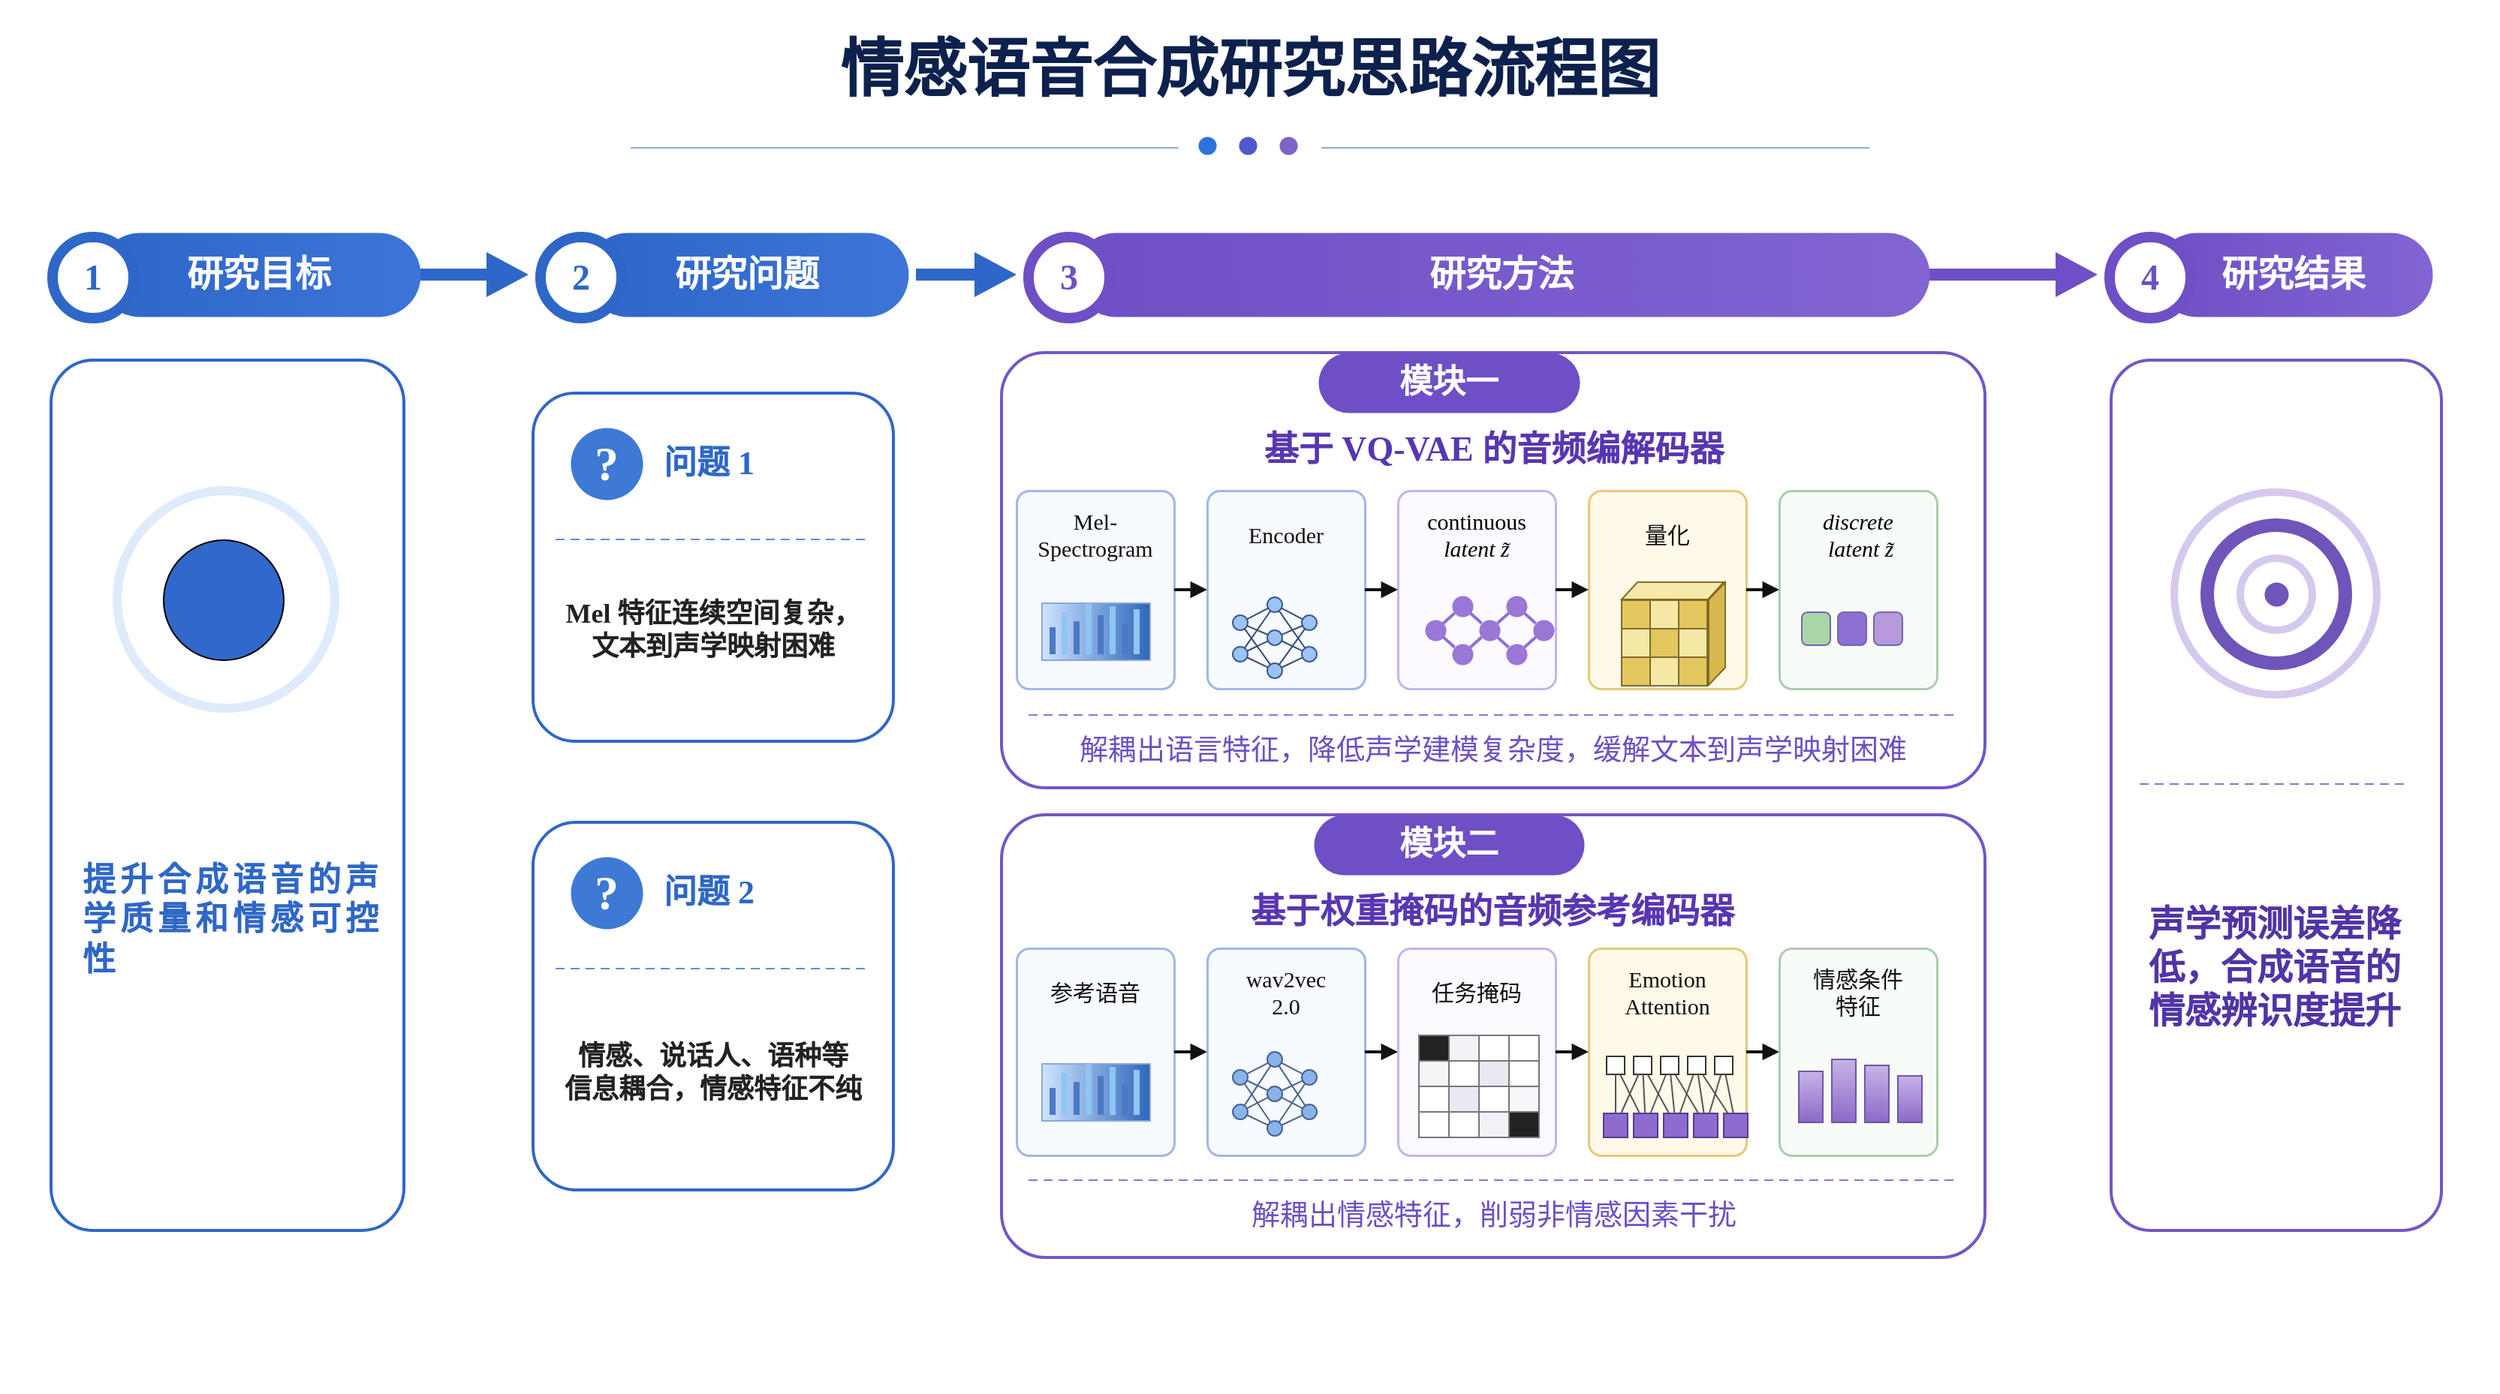
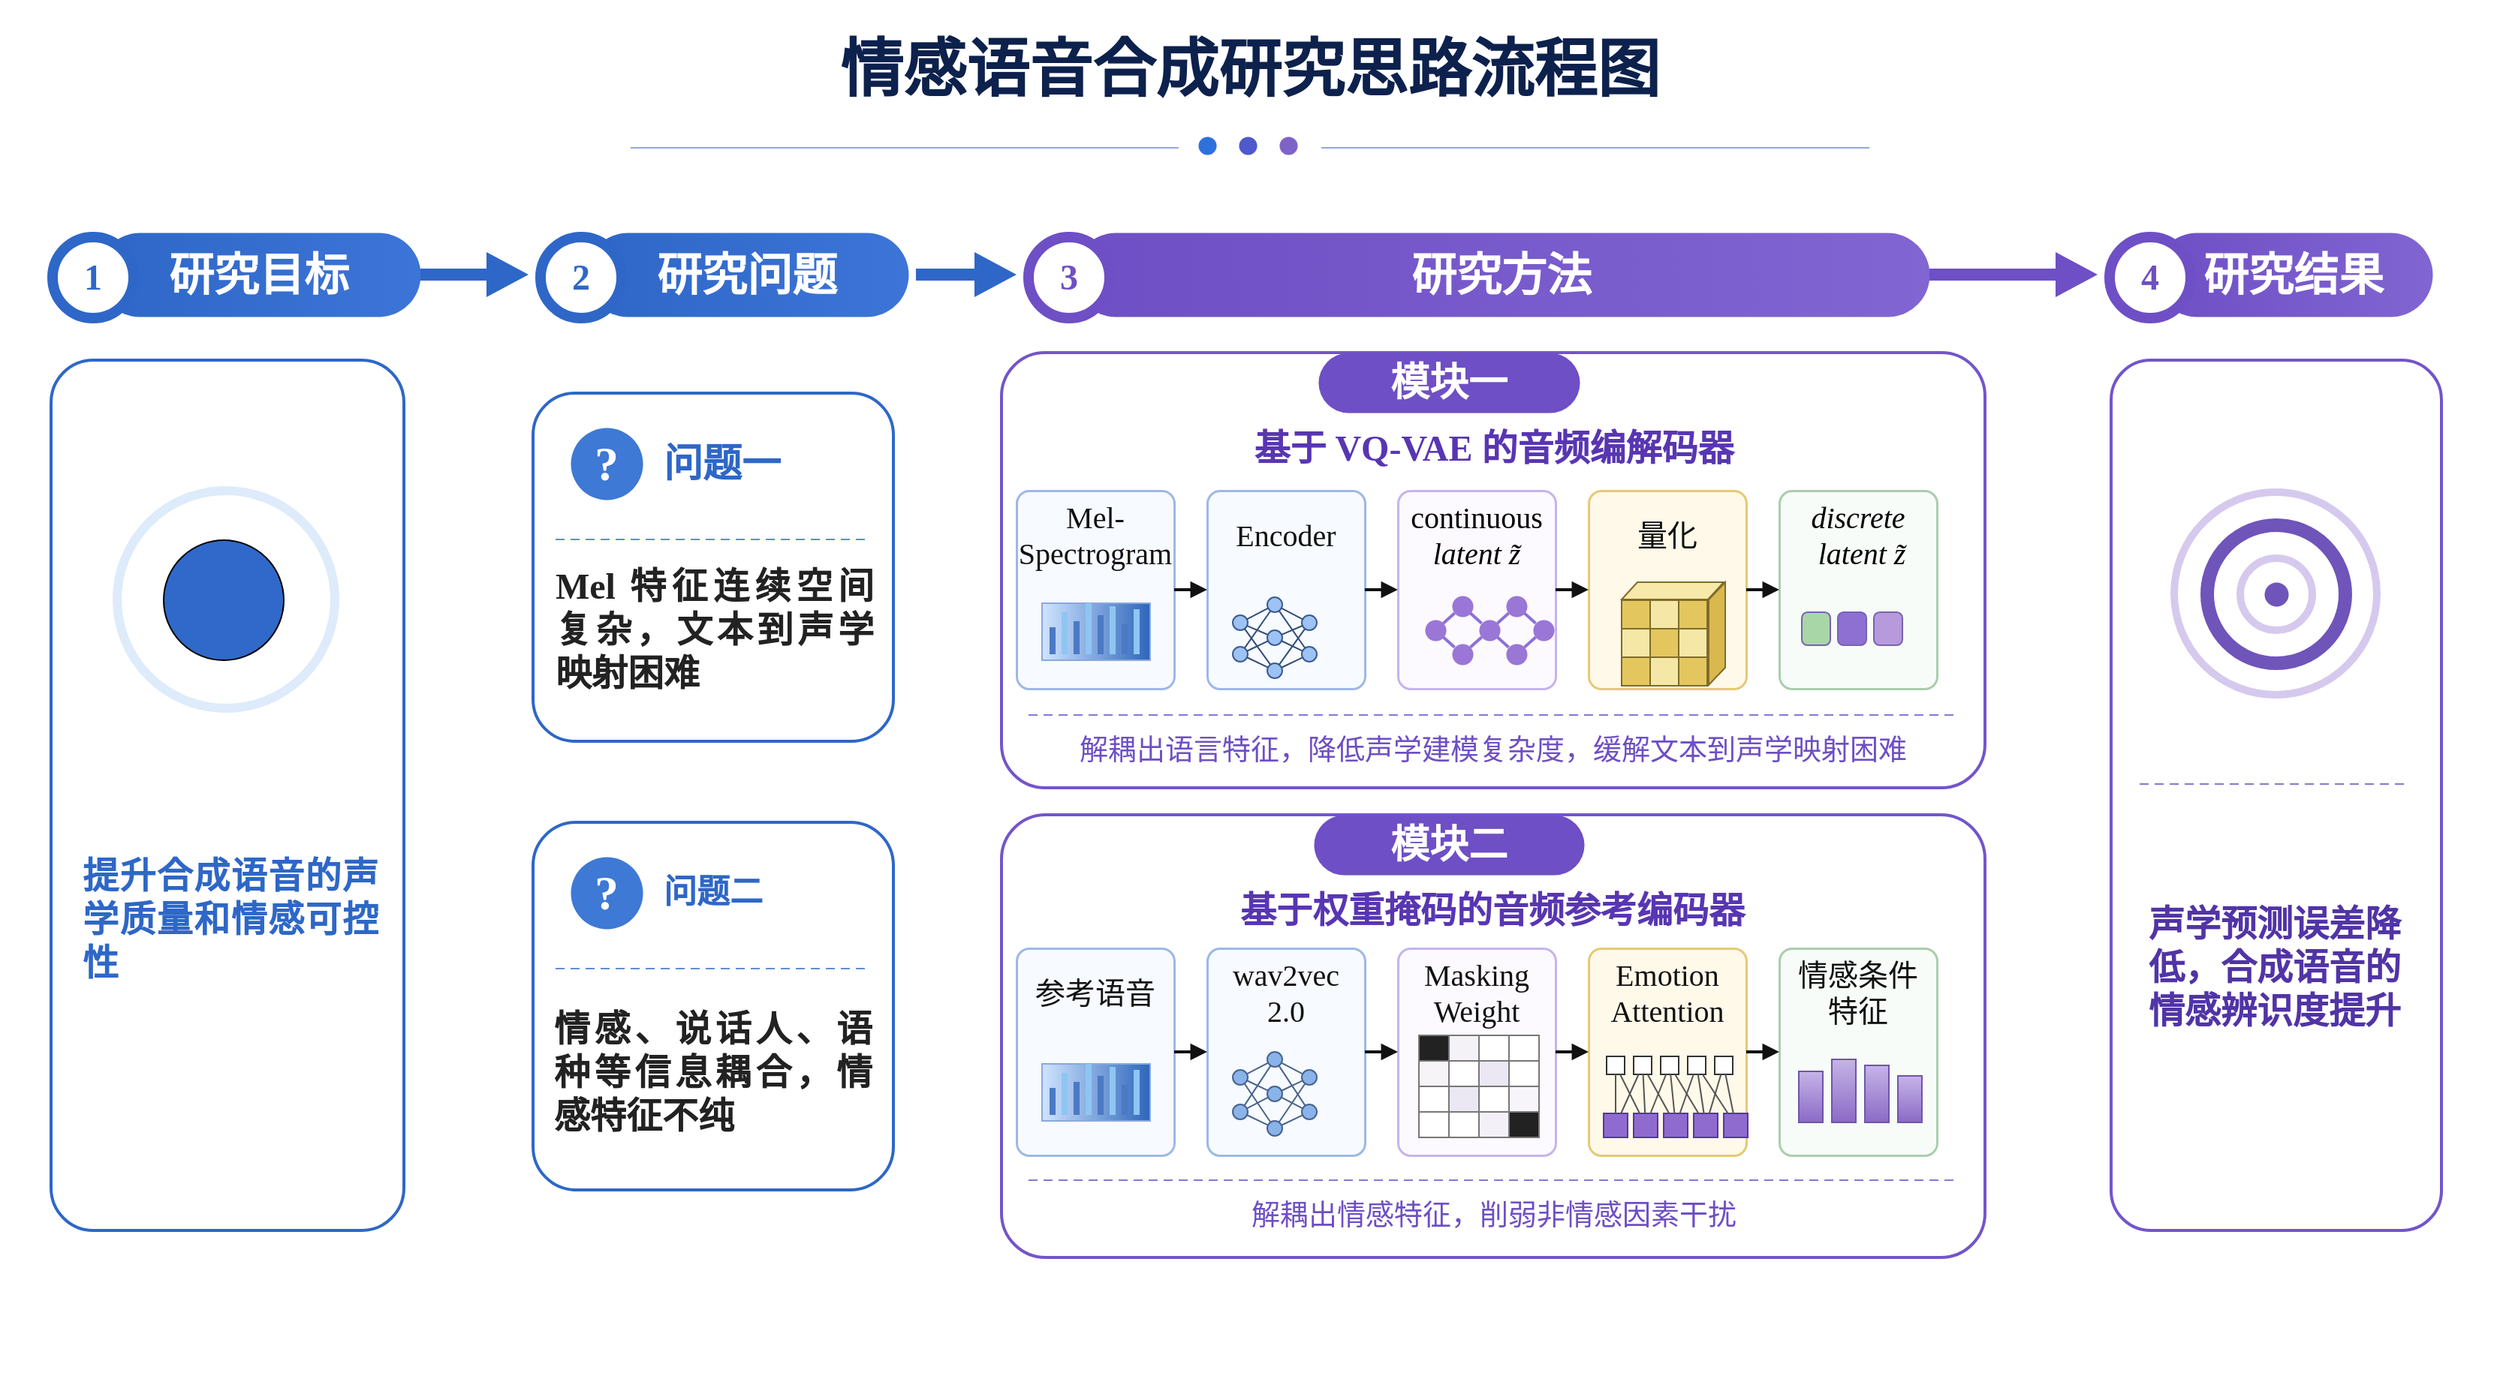
<mxfile host="app.diagrams.net">
  <diagram name="第 1 页" id="fVVEHDjkvuh4-jfM98xs">
    <mxGraphModel dx="2060" dy="1284" grid="1" gridSize="1" guides="1" tooltips="1" connect="1" arrows="1" fold="1" page="1" pageScale="1" pageWidth="1664" pageHeight="928" math="1" shadow="0">
      <root>
        <mxCell id="0" />
        <mxCell id="1" parent="0" />
        <mxCell id="v2" parent="1" style="shape=rect;fillColor=#FFFFFF;strokeColor=none;fontFamily=Comic Sans MS;" value="" vertex="1">
          <mxGeometry height="928" width="1664" as="geometry" />
        </mxCell>
        <mxCell id="v3" parent="1" style="text;html=1;whiteSpace=wrap;align=center;verticalAlign=middle;fontFamily=Comic Sans MS;fontSize=42;fontColor=#0D214D;fontStyle=1;spacing=0;" value="情感语音合成研究思路流程图" vertex="1">
          <mxGeometry height="58" width="885" x="390" y="18" as="geometry" />
        </mxCell>
        <mxCell id="v4" parent="1" style="shape=line;strokeColor=#90A8DA;strokeWidth=1;fontFamily=Comic Sans MS;" value="" vertex="1">
          <mxGeometry height="1" width="365" x="420" y="98" as="geometry" />
        </mxCell>
        <mxCell id="v5" parent="1" style="shape=line;strokeColor=#90A8DA;strokeWidth=1;fontFamily=Comic Sans MS;" value="" vertex="1">
          <mxGeometry height="1" width="365" x="880" y="98" as="geometry" />
        </mxCell>
        <mxCell id="v6" parent="1" style="ellipse;whiteSpace=wrap;html=1;fillColor=#2D71DD;strokeColor=#2D71DD;strokeWidth=0;fontFamily=Comic Sans MS;" value="" vertex="1">
          <mxGeometry height="12" width="12" x="798" y="91" as="geometry" />
        </mxCell>
        <mxCell id="v7" parent="1" style="ellipse;whiteSpace=wrap;html=1;fillColor=#4F58CD;strokeColor=#4F58CD;strokeWidth=0;fontFamily=Comic Sans MS;" value="" vertex="1">
          <mxGeometry height="12" width="12" x="825" y="91" as="geometry" />
        </mxCell>
        <mxCell id="v8" parent="1" style="ellipse;whiteSpace=wrap;html=1;fillColor=#7E63C7;strokeColor=#7E63C7;strokeWidth=0;fontFamily=Comic Sans MS;" value="" vertex="1">
          <mxGeometry height="12" width="12" x="852" y="91" as="geometry" />
        </mxCell>
-         <mxCell id="v9" parent="1" style="rounded=1;arcSize=50;whiteSpace=wrap;html=1;fillColor=#2E67C7;strokeColor=none;strokeWidth=0;fontFamily=Comic Sans MS;gradientColor=#3D74D8;gradientDirection=east;fontSize=24;fontColor=#FFFFFF;fontStyle=1;align=center;verticalAlign=middle;" value="研究目标" vertex="1">
+         <mxCell id="v9" parent="1" style="rounded=1;arcSize=50;whiteSpace=wrap;html=1;fillColor=#2E67C7;strokeColor=none;strokeWidth=0;fontFamily=Comic Sans MS;gradientColor=#3D74D8;gradientDirection=east;fontSize=24;fontColor=#FFFFFF;fontStyle=1;align=center;verticalAlign=middle;" value="&lt;font style=&quot;font-size: 30px;&quot;&gt;研究目标&lt;/font&gt;" vertex="1">
          <mxGeometry height="56" width="215" x="65" y="155" as="geometry" />
        </mxCell>
        <mxCell id="v10" parent="1" style="ellipse;whiteSpace=wrap;html=1;fillColor=#FFFFFF;strokeColor=#2E67C7;strokeWidth=7;fontFamily=Comic Sans MS;fontSize=24;fontColor=#2E67C7;fontStyle=1;align=center;verticalAlign=middle;" value="1" vertex="1">
          <mxGeometry height="54" width="54" x="35" y="158" as="geometry" />
        </mxCell>
-         <mxCell id="v11" parent="1" style="rounded=1;arcSize=50;whiteSpace=wrap;html=1;fillColor=#2E67C7;strokeColor=none;strokeWidth=0;fontFamily=Comic Sans MS;gradientColor=#3D74D8;gradientDirection=east;fontSize=24;fontColor=#FFFFFF;fontStyle=1;align=center;verticalAlign=middle;" value="研究问题" vertex="1">
+         <mxCell id="v11" parent="1" style="rounded=1;arcSize=50;whiteSpace=wrap;html=1;fillColor=#2E67C7;strokeColor=none;strokeWidth=0;fontFamily=Comic Sans MS;gradientColor=#3D74D8;gradientDirection=east;fontSize=24;fontColor=#FFFFFF;fontStyle=1;align=center;verticalAlign=middle;" value="&lt;font style=&quot;font-size: 30px;&quot;&gt;研究问题&lt;/font&gt;" vertex="1">
          <mxGeometry height="56" width="215" x="390" y="155" as="geometry" />
        </mxCell>
        <mxCell id="v12" parent="1" style="ellipse;whiteSpace=wrap;html=1;fillColor=#FFFFFF;strokeColor=#2E67C7;strokeWidth=7;fontFamily=Comic Sans MS;fontSize=24;fontColor=#2E67C7;fontStyle=1;align=center;verticalAlign=middle;" value="2" vertex="1">
          <mxGeometry height="54" width="54" x="360" y="158" as="geometry" />
        </mxCell>
-         <mxCell id="v13" parent="1" style="rounded=1;arcSize=50;whiteSpace=wrap;html=1;fillColor=#6E4FC5;strokeColor=none;strokeWidth=0;fontFamily=Comic Sans MS;gradientColor=#8165D2;gradientDirection=east;fontSize=24;fontColor=#FFFFFF;fontStyle=1;align=center;verticalAlign=middle;" value="研究方法" vertex="1">
+         <mxCell id="v13" parent="1" style="rounded=1;arcSize=50;whiteSpace=wrap;html=1;fillColor=#6E4FC5;strokeColor=none;strokeWidth=0;fontFamily=Comic Sans MS;gradientColor=#8165D2;gradientDirection=east;fontSize=24;fontColor=#FFFFFF;fontStyle=1;align=center;verticalAlign=middle;" value="&lt;font style=&quot;font-size: 30px;&quot;&gt;研究方法&lt;/font&gt;" vertex="1">
          <mxGeometry height="56" width="570" x="715" y="155" as="geometry" />
        </mxCell>
        <mxCell id="v14" parent="1" style="ellipse;whiteSpace=wrap;html=1;fillColor=#FFFFFF;strokeColor=#6E4FC5;strokeWidth=7;fontFamily=Comic Sans MS;fontSize=24;fontColor=#6E4FC5;fontStyle=1;align=center;verticalAlign=middle;" value="3" vertex="1">
          <mxGeometry height="54" width="54" x="685" y="158" as="geometry" />
        </mxCell>
-         <mxCell id="v15" parent="1" style="rounded=1;arcSize=50;whiteSpace=wrap;html=1;fillColor=#6E4FC5;strokeColor=none;strokeWidth=0;fontFamily=Comic Sans MS;gradientColor=#8165D2;gradientDirection=east;fontSize=24;fontColor=#FFFFFF;fontStyle=1;align=center;verticalAlign=middle;" value="研究结果" vertex="1">
+         <mxCell id="v15" parent="1" style="rounded=1;arcSize=50;whiteSpace=wrap;html=1;fillColor=#6E4FC5;strokeColor=none;strokeWidth=0;fontFamily=Comic Sans MS;gradientColor=#8165D2;gradientDirection=east;fontSize=24;fontColor=#FFFFFF;fontStyle=1;align=center;verticalAlign=middle;" value="&lt;font style=&quot;font-size: 30px;&quot;&gt;研究结果&lt;/font&gt;" vertex="1">
          <mxGeometry height="56" width="185" x="1435" y="155" as="geometry" />
        </mxCell>
        <mxCell id="v16" parent="1" style="ellipse;whiteSpace=wrap;html=1;fillColor=#FFFFFF;strokeColor=#6E4FC5;strokeWidth=7;fontFamily=Comic Sans MS;fontSize=24;fontColor=#6E4FC5;fontStyle=1;align=center;verticalAlign=middle;" value="4" vertex="1">
          <mxGeometry height="54" width="54" x="1405" y="158" as="geometry" />
        </mxCell>
        <mxCell id="v17" parent="1" style="shape=rect;fillColor=#2E67C7;strokeColor=none;fontFamily=Comic Sans MS;" value="" vertex="1">
          <mxGeometry height="8" width="52" x="280" y="179" as="geometry" />
        </mxCell>
        <mxCell id="v18" parent="1" style="shape=triangle;direction=east;fillColor=#2E67C7;strokeColor=none;fontFamily=Comic Sans MS;" value="" vertex="1">
          <mxGeometry height="30" width="28" x="324" y="168" as="geometry" />
        </mxCell>
        <mxCell id="v19" parent="1" style="shape=rect;fillColor=#2E67C7;strokeColor=none;fontFamily=Comic Sans MS;" value="" vertex="1">
          <mxGeometry height="8" width="47" x="610" y="179" as="geometry" />
        </mxCell>
        <mxCell id="v20" parent="1" style="shape=triangle;direction=east;fillColor=#2E67C7;strokeColor=none;fontFamily=Comic Sans MS;" value="" vertex="1">
          <mxGeometry height="30" width="28" x="649" y="168" as="geometry" />
        </mxCell>
        <mxCell id="v21" parent="1" style="shape=rect;fillColor=#6E4FC5;strokeColor=none;fontFamily=Comic Sans MS;" value="" vertex="1">
          <mxGeometry height="8" width="92" x="1285" y="179" as="geometry" />
        </mxCell>
        <mxCell id="v22" parent="1" style="shape=triangle;direction=east;fillColor=#6E4FC5;strokeColor=none;fontFamily=Comic Sans MS;" value="" vertex="1">
          <mxGeometry height="30" width="28" x="1369" y="168" as="geometry" />
        </mxCell>
        <mxCell id="v23" parent="1" style="rounded=1;arcSize=12;whiteSpace=wrap;html=1;fillColor=#FFFFFF;strokeColor=#2E67C7;strokeWidth=2;fontFamily=Comic Sans MS;" value="" vertex="1">
          <mxGeometry height="580" width="235" x="34" y="240" as="geometry" />
        </mxCell>
        <mxCell id="v24" parent="1" style="rounded=1;arcSize=12;whiteSpace=wrap;html=1;fillColor=#FFFFFF;strokeColor=#2E67C7;strokeWidth=2;fontFamily=Comic Sans MS;" value="" vertex="1">
          <mxGeometry height="232" width="240" x="355" y="262" as="geometry" />
        </mxCell>
        <mxCell id="v25" parent="1" style="rounded=1;arcSize=12;whiteSpace=wrap;html=1;fillColor=#FFFFFF;strokeColor=#2E67C7;strokeWidth=2;fontFamily=Comic Sans MS;" value="" vertex="1">
          <mxGeometry height="245" width="240" x="355" y="548" as="geometry" />
        </mxCell>
        <mxCell id="v26" parent="1" style="rounded=1;arcSize=10;whiteSpace=wrap;html=1;fillColor=#FFFFFF;strokeColor=#7355CA;strokeWidth=2;fontFamily=Comic Sans MS;" value="" vertex="1">
          <mxGeometry height="290" width="655" x="667" y="235" as="geometry" />
        </mxCell>
        <mxCell id="v27" parent="1" style="rounded=1;arcSize=10;whiteSpace=wrap;html=1;fillColor=#FFFFFF;strokeColor=#7355CA;strokeWidth=2;fontFamily=Comic Sans MS;" value="" vertex="1">
          <mxGeometry height="295" width="655" x="667" y="543" as="geometry" />
        </mxCell>
        <mxCell id="v28" parent="1" style="rounded=1;arcSize=12;whiteSpace=wrap;html=1;fillColor=#FFFFFF;strokeColor=#7355CA;strokeWidth=2;fontFamily=Comic Sans MS;" value="" vertex="1">
          <mxGeometry height="580" width="220" x="1406" y="240" as="geometry" />
        </mxCell>
        <mxCell id="v29" parent="1" style="ellipse;whiteSpace=wrap;html=1;fillColor=#FFFFFF;strokeColor=#DDEBFA;strokeWidth=6;fontFamily=Comic Sans MS;" value="" vertex="1">
          <mxGeometry height="145" width="145" x="78" y="327" as="geometry" />
        </mxCell>
        <mxCell id="v31" parent="1" style="shape=mxgraph.basic.arc;startAngle=180;endAngle=360;fillColor=none;strokeColor=#2E67C7;strokeWidth=5;fontFamily=Comic Sans MS;" value="" vertex="1">
          <mxGeometry height="58" width="70" x="121" y="388" as="geometry" />
        </mxCell>
        <mxCell id="v34" parent="1" style="shape=mxgraph.basic.arc;startAngle=90;endAngle=270;direction=west;fillColor=none;strokeColor=#2E67C7;strokeWidth=4;fontFamily=Comic Sans MS;" value="" vertex="1">
          <mxGeometry height="38" width="18" x="90" y="380" as="geometry" />
        </mxCell>
        <mxCell id="v35" parent="1" style="shape=mxgraph.basic.arc;startAngle=90;endAngle=270;direction=west;fillColor=none;strokeColor=#2E67C7;strokeWidth=4;fontFamily=Comic Sans MS;" value="" vertex="1">
          <mxGeometry height="54" width="28" x="82" y="372" as="geometry" />
        </mxCell>
        <mxCell id="v36" parent="1" style="shape=mxgraph.basic.arc;startAngle=90;endAngle=270;direction=east;fillColor=none;strokeColor=#2E67C7;strokeWidth=4;fontFamily=Comic Sans MS;" value="" vertex="1">
          <mxGeometry height="38" width="18" x="193" y="380" as="geometry" />
        </mxCell>
        <mxCell id="v37" parent="1" style="shape=mxgraph.basic.arc;startAngle=90;endAngle=270;direction=east;fillColor=none;strokeColor=#2E67C7;strokeWidth=4;fontFamily=Comic Sans MS;" value="" vertex="1">
          <mxGeometry height="54" width="28" x="192" y="372" as="geometry" />
        </mxCell>
-         <mxCell id="v38" parent="1" style="text;html=1;whiteSpace=wrap;align=left;verticalAlign=middle;fontFamily=Comic Sans MS;fontSize=22;fontColor=#111111;fontStyle=0;spacing=0;" value="&lt;div style=&quot;text-align: justify;&quot;&gt;&lt;b style=&quot;background-color: transparent; color: light-dark(rgb(46, 103, 199), rgb(237, 237, 237));&quot;&gt;提升合成语音的声学质量和情感可控性&lt;/b&gt;&lt;/div&gt;" vertex="1">
+         <mxCell id="v38" parent="1" style="text;html=1;whiteSpace=wrap;align=left;verticalAlign=middle;fontFamily=Comic Sans MS;fontSize=22;fontColor=#111111;fontStyle=0;spacing=0;" value="&lt;div style=&quot;text-align: justify;&quot;&gt;&lt;b style=&quot;background-color: transparent; color: light-dark(rgb(46, 103, 199), rgb(237, 237, 237));&quot;&gt;&lt;font style=&quot;font-size: 24px;&quot;&gt;提升合成语音的声学质量和情感可控性&lt;/font&gt;&lt;/b&gt;&lt;/div&gt;" vertex="1">
          <mxGeometry height="225" width="195" x="55" y="500" as="geometry" />
        </mxCell>
        <mxCell id="v39" parent="1" style="ellipse;whiteSpace=wrap;html=1;fillColor=#3D79D5;strokeColor=#3D79D5;strokeWidth=0;fontFamily=Comic Sans MS;fontSize=32;fontColor=#FFFFFF;fontStyle=1;align=center;verticalAlign=middle;" value="?" vertex="1">
          <mxGeometry height="48" width="48" x="380" y="285" as="geometry" />
        </mxCell>
-         <mxCell id="v40" parent="1" style="text;html=1;whiteSpace=wrap;align=left;verticalAlign=middle;fontFamily=Comic Sans MS;fontSize=22;fontColor=#2E67C7;fontStyle=1;spacing=0;" value="问题 1" vertex="1">
+         <mxCell id="v40" parent="1" style="text;html=1;whiteSpace=wrap;align=left;verticalAlign=middle;fontFamily=Comic Sans MS;fontSize=22;fontColor=#2E67C7;fontStyle=1;spacing=0;" value="&lt;font style=&quot;font-size: 26px;&quot;&gt;问题一&lt;/font&gt;" vertex="1">
          <mxGeometry height="44" width="120" x="442" y="287" as="geometry" />
        </mxCell>
        <mxCell id="v41" parent="1" style="shape=line;strokeColor=#5F8DD6;strokeWidth=1;dashed=1;dashPattern=6 4;fontFamily=Comic Sans MS;" value="" vertex="1">
          <mxGeometry height="1" width="210" x="370" y="359" as="geometry" />
        </mxCell>
        <mxCell id="v42" parent="1" style="ellipse;whiteSpace=wrap;html=1;fillColor=#3D79D5;strokeColor=#3D79D5;strokeWidth=0;fontFamily=Comic Sans MS;fontSize=32;fontColor=#FFFFFF;fontStyle=1;align=center;verticalAlign=middle;" value="?" vertex="1">
          <mxGeometry height="48" width="48" x="380" y="571" as="geometry" />
        </mxCell>
-         <mxCell id="v43" parent="1" style="text;html=1;whiteSpace=wrap;align=left;verticalAlign=middle;fontFamily=Comic Sans MS;fontSize=22;fontColor=#2E67C7;fontStyle=1;spacing=0;" value="问题 2" vertex="1">
+         <mxCell id="v43" parent="1" style="text;html=1;whiteSpace=wrap;align=left;verticalAlign=middle;fontFamily=Comic Sans MS;fontSize=22;fontColor=#2E67C7;fontStyle=1;spacing=0;" value="问题二" vertex="1">
          <mxGeometry height="44" width="120" x="442" y="573" as="geometry" />
        </mxCell>
        <mxCell id="v44" parent="1" style="shape=line;strokeColor=#5F8DD6;strokeWidth=1;dashed=1;dashPattern=6 4;fontFamily=Comic Sans MS;" value="" vertex="1">
          <mxGeometry height="1" width="210" x="370" y="645" as="geometry" />
        </mxCell>
-         <mxCell id="v45" parent="1" style="text;html=1;whiteSpace=wrap;align=center;verticalAlign=middle;fontFamily=Comic Sans MS;fontSize=18;fontColor=#222222;fontStyle=0;spacing=0;" value="&lt;b&gt;Mel 特征连续空间复杂，&lt;br&gt;文本到声学映射困难&lt;/b&gt;" vertex="1">
+         <mxCell id="v45" parent="1" style="text;html=1;whiteSpace=wrap;align=left;verticalAlign=middle;fontFamily=Comic Sans MS;fontSize=18;fontColor=#222222;fontStyle=0;spacing=0;" value="&lt;div style=&quot;text-align: justify;&quot;&gt;&lt;b style=&quot;background-color: transparent; color: light-dark(rgb(34, 34, 34), rgb(208, 208, 208));&quot;&gt;&lt;font style=&quot;font-size: 24px;&quot;&gt;Mel 特征连续空间复杂，文本到声学映射困难&lt;/font&gt;&lt;/b&gt;&lt;/div&gt;" vertex="1">
          <mxGeometry height="110" width="210" x="370" y="365" as="geometry" />
        </mxCell>
-         <mxCell id="v46" parent="1" style="text;html=1;whiteSpace=wrap;align=center;verticalAlign=middle;fontFamily=Comic Sans MS;fontSize=18;fontColor=#222222;fontStyle=0;spacing=0;" value="&lt;b&gt;情感、说话人、语种等&lt;br&gt;信息耦合，情感特征不纯&lt;/b&gt;" vertex="1">
+         <mxCell id="v46" parent="1" style="text;html=1;whiteSpace=wrap;align=center;verticalAlign=middle;fontFamily=Comic Sans MS;fontSize=18;fontColor=#222222;fontStyle=0;spacing=0;" value="&lt;div style=&quot;text-align: justify;&quot;&gt;&lt;b style=&quot;background-color: transparent; color: light-dark(rgb(34, 34, 34), rgb(208, 208, 208));&quot;&gt;&lt;font style=&quot;font-size: 24px;&quot;&gt;情感、说话人、语种等信息耦合，情感特征不纯&lt;/font&gt;&lt;/b&gt;&lt;/div&gt;" vertex="1">
          <mxGeometry height="115" width="210" x="370" y="657" as="geometry" />
        </mxCell>
        <mxCell id="e47" edge="1" parent="1" style="edgeStyle=orthogonalEdgeStyle;rounded=0;html=1;strokeColor=#3B72CA;strokeWidth=3;dashed=1;dashPattern=6 4;endArrow=block;endFill=1;" value="">
          <mxGeometry relative="1" as="geometry">
            <Array as="points">
              <mxPoint x="278" y="510" />
              <mxPoint x="310" y="510" />
              <mxPoint x="310" y="378" />
              <mxPoint x="350" y="378" />
            </Array>
          </mxGeometry>
        </mxCell>
        <mxCell id="e48" edge="1" parent="1" style="edgeStyle=orthogonalEdgeStyle;rounded=0;html=1;strokeColor=#3B72CA;strokeWidth=3;dashed=1;dashPattern=6 4;endArrow=block;endFill=1;" value="">
          <mxGeometry relative="1" as="geometry">
            <Array as="points">
              <mxPoint x="278" y="510" />
              <mxPoint x="310" y="510" />
              <mxPoint x="310" y="670" />
              <mxPoint x="350" y="670" />
            </Array>
          </mxGeometry>
        </mxCell>
        <mxCell id="e49" edge="1" parent="1" style="edgeStyle=orthogonalEdgeStyle;rounded=0;html=1;strokeColor=#6E4FC5;strokeWidth=3;dashed=1;dashPattern=6 4;endArrow=block;endFill=1;" value="">
          <mxGeometry relative="1" as="geometry">
            <Array as="points">
              <mxPoint x="595" y="378" />
              <mxPoint x="625" y="378" />
              <mxPoint x="625" y="356" />
              <mxPoint x="665" y="356" />
            </Array>
          </mxGeometry>
        </mxCell>
        <mxCell id="e50" edge="1" parent="1" style="edgeStyle=orthogonalEdgeStyle;rounded=0;html=1;strokeColor=#6E4FC5;strokeWidth=3;dashed=1;dashPattern=6 4;endArrow=block;endFill=1;" value="">
          <mxGeometry relative="1" as="geometry">
            <Array as="points">
              <mxPoint x="595" y="670" />
              <mxPoint x="625" y="670" />
              <mxPoint x="625" y="695" />
              <mxPoint x="665" y="695" />
            </Array>
          </mxGeometry>
        </mxCell>
-         <mxCell id="v51" parent="1" style="rounded=1;arcSize=50;whiteSpace=wrap;html=1;fillColor=#6E4FC5;strokeColor=#6E4FC5;strokeWidth=0;fontFamily=Comic Sans MS;fontSize=22;fontColor=#FFFFFF;fontStyle=1;align=center;verticalAlign=middle;" value="模块一" vertex="1">
+         <mxCell id="v51" parent="1" style="rounded=1;arcSize=50;whiteSpace=wrap;html=1;fillColor=#6E4FC5;strokeColor=#6E4FC5;strokeWidth=0;fontFamily=Comic Sans MS;fontSize=22;fontColor=#FFFFFF;fontStyle=1;align=center;verticalAlign=middle;" value="&lt;font style=&quot;font-size: 26px;&quot;&gt;模块一&lt;/font&gt;" vertex="1">
          <mxGeometry height="40" width="174" x="878" y="235" as="geometry" />
        </mxCell>
-         <mxCell id="v52" parent="1" style="rounded=1;arcSize=50;whiteSpace=wrap;html=1;fillColor=#6E4FC5;strokeColor=#6E4FC5;strokeWidth=0;fontFamily=Comic Sans MS;fontSize=22;fontColor=#FFFFFF;fontStyle=1;align=center;verticalAlign=middle;" value="模块二" vertex="1">
+         <mxCell id="v52" parent="1" style="rounded=1;arcSize=50;whiteSpace=wrap;html=1;fillColor=#6E4FC5;strokeColor=#6E4FC5;strokeWidth=0;fontFamily=Comic Sans MS;fontSize=22;fontColor=#FFFFFF;fontStyle=1;align=center;verticalAlign=middle;" value="&lt;font style=&quot;font-size: 26px;&quot;&gt;模块二&lt;/font&gt;" vertex="1">
          <mxGeometry height="40" width="180" x="875" y="543" as="geometry" />
        </mxCell>
-         <mxCell id="v53" parent="1" style="text;html=1;whiteSpace=wrap;align=center;verticalAlign=middle;fontFamily=Comic Sans MS;fontSize=23;fontColor=#5836B2;fontStyle=1;spacing=0;" value="基于 VQ-VAE 的音频编解码器" vertex="1">
+         <mxCell id="v53" parent="1" style="text;html=1;whiteSpace=wrap;align=center;verticalAlign=middle;fontFamily=Comic Sans MS;fontSize=23;fontColor=#5836B2;fontStyle=1;spacing=0;" value="&lt;font style=&quot;font-size: 24px;&quot;&gt;基于 VQ-VAE 的音频编解码器&lt;/font&gt;" vertex="1">
          <mxGeometry height="38" width="520" x="735" y="280" as="geometry" />
        </mxCell>
-         <mxCell id="v54" parent="1" style="text;html=1;whiteSpace=wrap;align=center;verticalAlign=middle;fontFamily=Comic Sans MS;fontSize=23;fontColor=#5836B2;fontStyle=1;spacing=0;" value="基于权重掩码的音频参考编码器" vertex="1">
+         <mxCell id="v54" parent="1" style="text;html=1;whiteSpace=wrap;align=center;verticalAlign=middle;fontFamily=Comic Sans MS;fontSize=23;fontColor=#5836B2;fontStyle=1;spacing=0;" value="&lt;font style=&quot;font-size: 24px;&quot;&gt;基于权重掩码的音频参考编码器&lt;/font&gt;" vertex="1">
          <mxGeometry height="38" width="580" x="704" y="588" as="geometry" />
        </mxCell>
        <mxCell id="v55" parent="1" style="rounded=1;arcSize=8;whiteSpace=wrap;html=1;fillColor=#F7FAFF;strokeColor=#9DB8E7;strokeWidth=1.5;fontFamily=Comic Sans MS;" value="" vertex="1">
          <mxGeometry height="132" width="105" x="677" y="327" as="geometry" />
        </mxCell>
-         <mxCell id="v56" parent="1" style="text;html=1;whiteSpace=wrap;align=center;verticalAlign=middle;fontFamily=Comic Sans MS;fontSize=15;fontColor=#111111;fontStyle=0;spacing=0;" value="Mel-&lt;br&gt;Spectrogram" vertex="1">
+         <mxCell id="v56" parent="1" style="text;html=1;whiteSpace=wrap;align=center;verticalAlign=middle;fontFamily=Comic Sans MS;fontSize=15;fontColor=#111111;fontStyle=0;spacing=0;" value="&lt;font style=&quot;font-size: 20px;&quot;&gt;Mel-&lt;br&gt;Spectrogram&lt;/font&gt;" vertex="1">
          <mxGeometry height="42" width="95" x="682" y="335" as="geometry" />
        </mxCell>
        <mxCell id="v57" parent="1" style="rounded=1;arcSize=8;whiteSpace=wrap;html=1;fillColor=#F7FAFF;strokeColor=#9DB8E7;strokeWidth=1.5;fontFamily=Comic Sans MS;" value="" vertex="1">
          <mxGeometry height="132" width="105" x="804" y="327" as="geometry" />
        </mxCell>
-         <mxCell id="v58" parent="1" style="text;html=1;whiteSpace=wrap;align=center;verticalAlign=middle;fontFamily=Comic Sans MS;fontSize=15;fontColor=#111111;fontStyle=0;spacing=0;" value="Encoder" vertex="1">
+         <mxCell id="v58" parent="1" style="text;html=1;whiteSpace=wrap;align=center;verticalAlign=middle;fontFamily=Comic Sans MS;fontSize=15;fontColor=#111111;fontStyle=0;spacing=0;" value="&lt;font style=&quot;font-size: 20px;&quot;&gt;Encoder&lt;/font&gt;" vertex="1">
          <mxGeometry height="42" width="95" x="809" y="335" as="geometry" />
        </mxCell>
        <mxCell id="v59" parent="1" style="rounded=1;arcSize=8;whiteSpace=wrap;html=1;fillColor=#FCF9FF;strokeColor=#C5B4EC;strokeWidth=1.5;fontFamily=Comic Sans MS;" value="" vertex="1">
          <mxGeometry height="132" width="105" x="931" y="327" as="geometry" />
        </mxCell>
-         <mxCell id="v60" parent="1" style="text;html=1;whiteSpace=wrap;align=center;verticalAlign=middle;fontFamily=Comic Sans MS;fontSize=15;fontColor=#111111;fontStyle=0;spacing=0;" value="&lt;font&gt;&lt;span style=&quot;text-align: left; white-space: nowrap; color: rgb(0, 0, 0);&quot;&gt;continuous&lt;/span&gt;&lt;/font&gt;&lt;div&gt;&lt;font&gt;&lt;i style=&quot;text-align: left; white-space: nowrap; color: rgb(0, 0, 0);&quot;&gt; latent &lt;span&gt;z̃&lt;/span&gt;&lt;/i&gt;&lt;/font&gt;&lt;/div&gt;" vertex="1">
+         <mxCell id="v60" parent="1" style="text;html=1;whiteSpace=wrap;align=center;verticalAlign=middle;fontFamily=Comic Sans MS;fontSize=15;fontColor=#111111;fontStyle=0;spacing=0;" value="&lt;font style=&quot;font-size: 20px;&quot;&gt;&lt;span style=&quot;text-align: left; white-space: nowrap; color: rgb(0, 0, 0);&quot;&gt;continuous&lt;/span&gt;&lt;/font&gt;&lt;div&gt;&lt;font style=&quot;font-size: 20px;&quot;&gt;&lt;i style=&quot;text-align: left; white-space: nowrap; color: rgb(0, 0, 0);&quot;&gt; latent z̃&lt;/i&gt;&lt;/font&gt;&lt;/div&gt;" vertex="1">
          <mxGeometry height="42" width="95" x="936" y="335" as="geometry" />
        </mxCell>
        <mxCell id="v61" parent="1" style="rounded=1;arcSize=8;whiteSpace=wrap;html=1;fillColor=#FFF9E9;strokeColor=#E5C976;strokeWidth=1.5;fontFamily=Comic Sans MS;" value="" vertex="1">
          <mxGeometry height="132" width="105" x="1058" y="327" as="geometry" />
        </mxCell>
-         <mxCell id="v62" parent="1" style="text;html=1;whiteSpace=wrap;align=center;verticalAlign=middle;fontFamily=Comic Sans MS;fontSize=15;fontColor=#111111;fontStyle=0;spacing=0;" value="量化" vertex="1">
+         <mxCell id="v62" parent="1" style="text;html=1;whiteSpace=wrap;align=center;verticalAlign=middle;fontFamily=Comic Sans MS;fontSize=15;fontColor=#111111;fontStyle=0;spacing=0;" value="&lt;font style=&quot;font-size: 20px;&quot;&gt;量化&lt;/font&gt;" vertex="1">
          <mxGeometry height="42" width="95" x="1063" y="335" as="geometry" />
        </mxCell>
        <mxCell id="v63" parent="1" style="rounded=1;arcSize=8;whiteSpace=wrap;html=1;fillColor=#F7FCF8;strokeColor=#AACDAE;strokeWidth=1.5;fontFamily=Comic Sans MS;" value="" vertex="1">
          <mxGeometry height="132" width="105" x="1185" y="327" as="geometry" />
        </mxCell>
-         <mxCell id="v64" parent="1" style="text;html=1;whiteSpace=wrap;align=center;verticalAlign=middle;fontFamily=Comic Sans MS;fontSize=15;fontColor=#111111;fontStyle=0;spacing=0;" value="&lt;i style=&quot;text-align: left; white-space: nowrap;&quot;&gt;&lt;font style=&quot;color: rgb(0, 0, 0);&quot;&gt;discrete&lt;/font&gt;&lt;/i&gt;&lt;div&gt;&lt;i style=&quot;text-align: left; white-space: nowrap;&quot;&gt;&lt;font style=&quot;color: rgb(0, 0, 0);&quot;&gt;&amp;nbsp;latent &lt;span&gt;z̃&lt;/span&gt;&lt;/font&gt;&lt;/i&gt;&lt;/div&gt;" vertex="1">
+         <mxCell id="v64" parent="1" style="text;html=1;whiteSpace=wrap;align=center;verticalAlign=middle;fontFamily=Comic Sans MS;fontSize=15;fontColor=#111111;fontStyle=0;spacing=0;" value="&lt;i style=&quot;text-align: left; white-space: nowrap;&quot;&gt;&lt;font style=&quot;color: rgb(0, 0, 0); font-size: 20px;&quot;&gt;discrete&lt;/font&gt;&lt;/i&gt;&lt;div&gt;&lt;i style=&quot;text-align: left; white-space: nowrap;&quot;&gt;&lt;font style=&quot;color: rgb(0, 0, 0); font-size: 20px;&quot;&gt;&amp;nbsp;latent z̃&lt;/font&gt;&lt;/i&gt;&lt;/div&gt;" vertex="1">
          <mxGeometry height="42" width="95" x="1190" y="335" as="geometry" />
        </mxCell>
        <mxCell id="e65" edge="1" parent="1" source="v55" style="edgeStyle=orthogonalEdgeStyle;rounded=0;html=1;strokeColor=#111111;strokeWidth=2;endArrow=block;endFill=1;fontFamily=Comic Sans MS;" target="v57" value="">
          <mxGeometry relative="1" as="geometry" />
        </mxCell>
        <mxCell id="e66" edge="1" parent="1" source="v57" style="edgeStyle=orthogonalEdgeStyle;rounded=0;html=1;strokeColor=#111111;strokeWidth=2;endArrow=block;endFill=1;fontFamily=Comic Sans MS;" target="v59" value="">
          <mxGeometry relative="1" as="geometry" />
        </mxCell>
        <mxCell id="e67" edge="1" parent="1" source="v59" style="edgeStyle=orthogonalEdgeStyle;rounded=0;html=1;strokeColor=#111111;strokeWidth=2;endArrow=block;endFill=1;fontFamily=Comic Sans MS;" target="v61" value="">
          <mxGeometry relative="1" as="geometry" />
        </mxCell>
        <mxCell id="e68" edge="1" parent="1" source="v61" style="edgeStyle=orthogonalEdgeStyle;rounded=0;html=1;strokeColor=#111111;strokeWidth=2;endArrow=block;endFill=1;fontFamily=Comic Sans MS;" target="v63" value="">
          <mxGeometry relative="1" as="geometry" />
        </mxCell>
        <mxCell id="v78" parent="1" style="ellipse;whiteSpace=wrap;html=1;fillColor=#9DC3F4;strokeColor=#3B5C91;strokeWidth=1;fontFamily=Comic Sans MS;" value="" vertex="1">
          <mxGeometry height="10" width="10" x="821" y="410" as="geometry" />
        </mxCell>
        <mxCell id="v79" parent="1" style="ellipse;whiteSpace=wrap;html=1;fillColor=#9DC3F4;strokeColor=#3B5C91;strokeWidth=1;fontFamily=Comic Sans MS;" value="" vertex="1">
          <mxGeometry height="10" width="10" x="821" y="431" as="geometry" />
        </mxCell>
        <mxCell id="v80" parent="1" style="ellipse;whiteSpace=wrap;html=1;fillColor=#9DC3F4;strokeColor=#3B5C91;strokeWidth=1;fontFamily=Comic Sans MS;" value="" vertex="1">
          <mxGeometry height="10" width="10" x="844" y="398" as="geometry" />
        </mxCell>
        <mxCell id="v81" parent="1" style="ellipse;whiteSpace=wrap;html=1;fillColor=#9DC3F4;strokeColor=#3B5C91;strokeWidth=1;fontFamily=Comic Sans MS;" value="" vertex="1">
          <mxGeometry height="10" width="10" x="844" y="420" as="geometry" />
        </mxCell>
        <mxCell id="v82" parent="1" style="ellipse;whiteSpace=wrap;html=1;fillColor=#9DC3F4;strokeColor=#3B5C91;strokeWidth=1;fontFamily=Comic Sans MS;" value="" vertex="1">
          <mxGeometry height="10" width="10" x="844" y="442" as="geometry" />
        </mxCell>
        <mxCell id="v83" parent="1" style="ellipse;whiteSpace=wrap;html=1;fillColor=#9DC3F4;strokeColor=#3B5C91;strokeWidth=1;fontFamily=Comic Sans MS;" value="" vertex="1">
          <mxGeometry height="10" width="10" x="867" y="410" as="geometry" />
        </mxCell>
        <mxCell id="v84" parent="1" style="ellipse;whiteSpace=wrap;html=1;fillColor=#9DC3F4;strokeColor=#3B5C91;strokeWidth=1;fontFamily=Comic Sans MS;" value="" vertex="1">
          <mxGeometry height="10" width="10" x="867" y="431" as="geometry" />
        </mxCell>
        <mxCell id="e85" edge="1" parent="1" source="v78" style="edgeStyle=none;html=1;strokeColor=#344D78;strokeWidth=1;endArrow=none;fontFamily=Comic Sans MS;" target="v80" value="">
          <mxGeometry relative="1" as="geometry" />
        </mxCell>
        <mxCell id="e86" edge="1" parent="1" source="v78" style="edgeStyle=none;html=1;strokeColor=#344D78;strokeWidth=1;endArrow=none;fontFamily=Comic Sans MS;" target="v81" value="">
          <mxGeometry relative="1" as="geometry" />
        </mxCell>
        <mxCell id="e87" edge="1" parent="1" source="v78" style="edgeStyle=none;html=1;strokeColor=#344D78;strokeWidth=1;endArrow=none;fontFamily=Comic Sans MS;" target="v82" value="">
          <mxGeometry relative="1" as="geometry" />
        </mxCell>
        <mxCell id="e88" edge="1" parent="1" source="v79" style="edgeStyle=none;html=1;strokeColor=#344D78;strokeWidth=1;endArrow=none;fontFamily=Comic Sans MS;" target="v80" value="">
          <mxGeometry relative="1" as="geometry" />
        </mxCell>
        <mxCell id="e89" edge="1" parent="1" source="v79" style="edgeStyle=none;html=1;strokeColor=#344D78;strokeWidth=1;endArrow=none;fontFamily=Comic Sans MS;" target="v81" value="">
          <mxGeometry relative="1" as="geometry" />
        </mxCell>
        <mxCell id="e90" edge="1" parent="1" source="v79" style="edgeStyle=none;html=1;strokeColor=#344D78;strokeWidth=1;endArrow=none;fontFamily=Comic Sans MS;" target="v82" value="">
          <mxGeometry relative="1" as="geometry" />
        </mxCell>
        <mxCell id="e91" edge="1" parent="1" source="v80" style="edgeStyle=none;html=1;strokeColor=#344D78;strokeWidth=1;endArrow=none;fontFamily=Comic Sans MS;" target="v83" value="">
          <mxGeometry relative="1" as="geometry" />
        </mxCell>
        <mxCell id="e92" edge="1" parent="1" source="v80" style="edgeStyle=none;html=1;strokeColor=#344D78;strokeWidth=1;endArrow=none;fontFamily=Comic Sans MS;" target="v84" value="">
          <mxGeometry relative="1" as="geometry" />
        </mxCell>
        <mxCell id="e93" edge="1" parent="1" source="v81" style="edgeStyle=none;html=1;strokeColor=#344D78;strokeWidth=1;endArrow=none;fontFamily=Comic Sans MS;" target="v83" value="">
          <mxGeometry relative="1" as="geometry" />
        </mxCell>
        <mxCell id="e94" edge="1" parent="1" source="v81" style="edgeStyle=none;html=1;strokeColor=#344D78;strokeWidth=1;endArrow=none;fontFamily=Comic Sans MS;" target="v84" value="">
          <mxGeometry relative="1" as="geometry" />
        </mxCell>
        <mxCell id="e95" edge="1" parent="1" source="v82" style="edgeStyle=none;html=1;strokeColor=#344D78;strokeWidth=1;endArrow=none;fontFamily=Comic Sans MS;" target="v83" value="">
          <mxGeometry relative="1" as="geometry" />
        </mxCell>
        <mxCell id="e96" edge="1" parent="1" source="v82" style="edgeStyle=none;html=1;strokeColor=#344D78;strokeWidth=1;endArrow=none;fontFamily=Comic Sans MS;" target="v84" value="">
          <mxGeometry relative="1" as="geometry" />
        </mxCell>
        <mxCell id="v97" parent="1" style="ellipse;whiteSpace=wrap;html=1;fillColor=#9A76D6;strokeColor=#9A76D6;strokeWidth=0;fontFamily=Comic Sans MS;" value="" vertex="1">
          <mxGeometry height="14" width="14" x="949" y="413" as="geometry" />
        </mxCell>
        <mxCell id="v98" parent="1" style="ellipse;whiteSpace=wrap;html=1;fillColor=#9A76D6;strokeColor=#9A76D6;strokeWidth=0;fontFamily=Comic Sans MS;" value="" vertex="1">
          <mxGeometry height="14" width="14" x="967" y="397" as="geometry" />
        </mxCell>
        <mxCell id="v99" parent="1" style="ellipse;whiteSpace=wrap;html=1;fillColor=#9A76D6;strokeColor=#9A76D6;strokeWidth=0;fontFamily=Comic Sans MS;" value="" vertex="1">
          <mxGeometry height="14" width="14" x="967" y="429" as="geometry" />
        </mxCell>
        <mxCell id="v100" parent="1" style="ellipse;whiteSpace=wrap;html=1;fillColor=#9A76D6;strokeColor=#9A76D6;strokeWidth=0;fontFamily=Comic Sans MS;" value="" vertex="1">
          <mxGeometry height="14" width="14" x="985" y="413" as="geometry" />
        </mxCell>
        <mxCell id="v101" parent="1" style="ellipse;whiteSpace=wrap;html=1;fillColor=#9A76D6;strokeColor=#9A76D6;strokeWidth=0;fontFamily=Comic Sans MS;" value="" vertex="1">
          <mxGeometry height="14" width="14" x="1003" y="397" as="geometry" />
        </mxCell>
        <mxCell id="v102" parent="1" style="ellipse;whiteSpace=wrap;html=1;fillColor=#9A76D6;strokeColor=#9A76D6;strokeWidth=0;fontFamily=Comic Sans MS;" value="" vertex="1">
          <mxGeometry height="14" width="14" x="1003" y="429" as="geometry" />
        </mxCell>
        <mxCell id="v103" parent="1" style="ellipse;whiteSpace=wrap;html=1;fillColor=#9A76D6;strokeColor=#9A76D6;strokeWidth=0;fontFamily=Comic Sans MS;" value="" vertex="1">
          <mxGeometry height="14" width="14" x="1021" y="413" as="geometry" />
        </mxCell>
        <mxCell id="e104" edge="1" parent="1" source="v97" style="edgeStyle=none;html=1;strokeColor=#8C71D7;strokeWidth=2;endArrow=none;fontFamily=Comic Sans MS;" target="v98" value="">
          <mxGeometry relative="1" as="geometry" />
        </mxCell>
        <mxCell id="e105" edge="1" parent="1" source="v97" style="edgeStyle=none;html=1;strokeColor=#8C71D7;strokeWidth=2;endArrow=none;fontFamily=Comic Sans MS;" target="v99" value="">
          <mxGeometry relative="1" as="geometry" />
        </mxCell>
        <mxCell id="e106" edge="1" parent="1" source="v98" style="edgeStyle=none;html=1;strokeColor=#8C71D7;strokeWidth=2;endArrow=none;fontFamily=Comic Sans MS;" target="v100" value="">
          <mxGeometry relative="1" as="geometry" />
        </mxCell>
        <mxCell id="e107" edge="1" parent="1" source="v99" style="edgeStyle=none;html=1;strokeColor=#8C71D7;strokeWidth=2;endArrow=none;fontFamily=Comic Sans MS;" target="v100" value="">
          <mxGeometry relative="1" as="geometry" />
        </mxCell>
        <mxCell id="e108" edge="1" parent="1" source="v100" style="edgeStyle=none;html=1;strokeColor=#8C71D7;strokeWidth=2;endArrow=none;fontFamily=Comic Sans MS;" target="v101" value="">
          <mxGeometry relative="1" as="geometry" />
        </mxCell>
        <mxCell id="e109" edge="1" parent="1" source="v100" style="edgeStyle=none;html=1;strokeColor=#8C71D7;strokeWidth=2;endArrow=none;fontFamily=Comic Sans MS;" target="v102" value="">
          <mxGeometry relative="1" as="geometry" />
        </mxCell>
        <mxCell id="e110" edge="1" parent="1" source="v101" style="edgeStyle=none;html=1;strokeColor=#8C71D7;strokeWidth=2;endArrow=none;fontFamily=Comic Sans MS;" target="v103" value="">
          <mxGeometry relative="1" as="geometry" />
        </mxCell>
        <mxCell id="e111" edge="1" parent="1" source="v102" style="edgeStyle=none;html=1;strokeColor=#8C71D7;strokeWidth=2;endArrow=none;fontFamily=Comic Sans MS;" target="v103" value="">
          <mxGeometry relative="1" as="geometry" />
        </mxCell>
        <mxCell id="v112" parent="1" style="shape=rect;fillColor=#E3C75E;strokeColor=#806B2A;strokeWidth=1;fontFamily=Comic Sans MS;" value="" vertex="1">
          <mxGeometry height="19" width="19" x="1080" y="400" as="geometry" />
        </mxCell>
        <mxCell id="v113" parent="1" style="shape=rect;fillColor=#F5E8A6;strokeColor=#806B2A;strokeWidth=1;fontFamily=Comic Sans MS;" value="" vertex="1">
          <mxGeometry height="19" width="19" x="1099" y="400" as="geometry" />
        </mxCell>
        <mxCell id="v114" parent="1" style="shape=rect;fillColor=#E3C75E;strokeColor=#806B2A;strokeWidth=1;fontFamily=Comic Sans MS;" value="" vertex="1">
          <mxGeometry height="19" width="19" x="1118" y="400" as="geometry" />
        </mxCell>
        <mxCell id="v115" parent="1" style="shape=rect;fillColor=#F5E8A6;strokeColor=#806B2A;strokeWidth=1;fontFamily=Comic Sans MS;" value="" vertex="1">
          <mxGeometry height="19" width="19" x="1080" y="419" as="geometry" />
        </mxCell>
        <mxCell id="v116" parent="1" style="shape=rect;fillColor=#E3C75E;strokeColor=#806B2A;strokeWidth=1;fontFamily=Comic Sans MS;" value="" vertex="1">
          <mxGeometry height="19" width="19" x="1099" y="419" as="geometry" />
        </mxCell>
        <mxCell id="v117" parent="1" style="shape=rect;fillColor=#F5E8A6;strokeColor=#806B2A;strokeWidth=1;fontFamily=Comic Sans MS;" value="" vertex="1">
          <mxGeometry height="19" width="19" x="1118" y="419" as="geometry" />
        </mxCell>
        <mxCell id="v118" parent="1" style="shape=rect;fillColor=#E3C75E;strokeColor=#806B2A;strokeWidth=1;fontFamily=Comic Sans MS;" value="" vertex="1">
          <mxGeometry height="19" width="19" x="1080" y="438" as="geometry" />
        </mxCell>
        <mxCell id="v119" parent="1" style="shape=rect;fillColor=#F5E8A6;strokeColor=#806B2A;strokeWidth=1;fontFamily=Comic Sans MS;" value="" vertex="1">
          <mxGeometry height="19" width="19" x="1099" y="438" as="geometry" />
        </mxCell>
        <mxCell id="v120" parent="1" style="shape=rect;fillColor=#E3C75E;strokeColor=#806B2A;strokeWidth=1;fontFamily=Comic Sans MS;" value="" vertex="1">
          <mxGeometry height="19" width="19" x="1118" y="438" as="geometry" />
        </mxCell>
        <mxCell id="v121" parent="1" style="shape=parallelogram;fillColor=#F6E9A9;strokeColor=#806B2A;strokeWidth=1;fontFamily=Comic Sans MS;size=0.15441176470588236;" value="" vertex="1">
          <mxGeometry height="11.5" width="68" x="1080" y="388" as="geometry" />
        </mxCell>
        <mxCell id="v122" parent="1" style="shape=parallelogram;direction=south;fillColor=#D9B94D;strokeColor=#806B2A;strokeWidth=1;fontFamily=Comic Sans MS;flipV=1;legacyAnchorPoints=0;size=0.16970802919708028;" value="" vertex="1">
          <mxGeometry height="68.5" width="11" x="1138" y="388" as="geometry" />
        </mxCell>
        <mxCell id="v123" parent="1" style="rounded=1;arcSize=20;whiteSpace=wrap;html=1;fillColor=#A9D6A6;strokeColor=#7762B0;strokeWidth=1;fontFamily=Comic Sans MS;" value="" vertex="1">
          <mxGeometry height="22" width="19" x="1200" y="408" as="geometry" />
        </mxCell>
        <mxCell id="v124" parent="1" style="rounded=1;arcSize=20;whiteSpace=wrap;html=1;fillColor=#8D70D2;strokeColor=#7762B0;strokeWidth=1;fontFamily=Comic Sans MS;" value="" vertex="1">
          <mxGeometry height="22" width="19" x="1224" y="408" as="geometry" />
        </mxCell>
        <mxCell id="v125" parent="1" style="rounded=1;arcSize=20;whiteSpace=wrap;html=1;fillColor=#B79ADB;strokeColor=#7762B0;strokeWidth=1;fontFamily=Comic Sans MS;" value="" vertex="1">
          <mxGeometry height="22" width="19" x="1248" y="408" as="geometry" />
        </mxCell>
        <mxCell id="v127" parent="1" style="shape=line;strokeColor=#8B75D4;strokeWidth=1;dashed=1;dashPattern=6 4;fontFamily=Comic Sans MS;" value="" vertex="1">
          <mxGeometry height="1" width="620" x="685" y="476" as="geometry" />
        </mxCell>
-         <mxCell id="v128" parent="1" style="text;html=1;whiteSpace=wrap;align=center;verticalAlign=middle;fontFamily=Comic Sans MS;fontSize=19;fontColor=#222222;fontStyle=0;spacing=0;" value="&lt;span style=&quot;color: light-dark(rgb(110, 79, 197), rgb(237, 237, 237));&quot;&gt;解耦出语言特征，降低声学建模复杂度，缓解文本到声学映射困难&lt;/span&gt;" vertex="1">
+         <mxCell id="v128" parent="1" style="text;html=1;whiteSpace=wrap;align=center;verticalAlign=middle;fontFamily=Comic Sans MS;fontSize=19;fontColor=#222222;fontStyle=0;spacing=0;" value="&lt;span style=&quot;color: light-dark(rgb(110, 79, 197), rgb(237, 237, 237));&quot;&gt;&lt;font&gt;解耦出语言特征，降低声学建模复杂度，缓解文本到声学映射困难&lt;/font&gt;&lt;/span&gt;" vertex="1">
          <mxGeometry height="30" width="575" x="707" y="485" as="geometry" />
        </mxCell>
        <mxCell id="v129" parent="1" style="rounded=1;arcSize=8;whiteSpace=wrap;html=1;fillColor=#F7FAFF;strokeColor=#9DB8E7;strokeWidth=1.5;fontFamily=Comic Sans MS;" value="" vertex="1">
          <mxGeometry height="138" width="105" x="677" y="632" as="geometry" />
        </mxCell>
-         <mxCell id="v130" parent="1" style="text;html=1;whiteSpace=wrap;align=center;verticalAlign=middle;fontFamily=Comic Sans MS;fontSize=15;fontColor=#111111;fontStyle=0;spacing=0;" value="参考语音" vertex="1">
+         <mxCell id="v130" parent="1" style="text;html=1;whiteSpace=wrap;align=center;verticalAlign=middle;fontFamily=Comic Sans MS;fontSize=15;fontColor=#111111;fontStyle=0;spacing=0;" value="&lt;font style=&quot;font-size: 20px;&quot;&gt;参考语音&lt;/font&gt;" vertex="1">
          <mxGeometry height="42" width="95" x="682" y="640" as="geometry" />
        </mxCell>
        <mxCell id="v131" parent="1" style="rounded=1;arcSize=8;whiteSpace=wrap;html=1;fillColor=#F7FAFF;strokeColor=#9DB8E7;strokeWidth=1.5;fontFamily=Comic Sans MS;" value="" vertex="1">
          <mxGeometry height="138" width="105" x="804" y="632" as="geometry" />
        </mxCell>
-         <mxCell id="v132" parent="1" style="text;html=1;whiteSpace=wrap;align=center;verticalAlign=middle;fontFamily=Comic Sans MS;fontSize=15;fontColor=#111111;fontStyle=0;spacing=0;" value="wav2vec&lt;br&gt;2.0" vertex="1">
+         <mxCell id="v132" parent="1" style="text;html=1;whiteSpace=wrap;align=center;verticalAlign=middle;fontFamily=Comic Sans MS;fontSize=15;fontColor=#111111;fontStyle=0;spacing=0;" value="&lt;font style=&quot;font-size: 20px;&quot;&gt;wav2vec&lt;br&gt;2.0&lt;/font&gt;" vertex="1">
          <mxGeometry height="42" width="95" x="809" y="640" as="geometry" />
        </mxCell>
        <mxCell id="v133" parent="1" style="rounded=1;arcSize=8;whiteSpace=wrap;html=1;fillColor=#FCFAFF;strokeColor=#C5B4EC;strokeWidth=1.5;fontFamily=Comic Sans MS;" value="" vertex="1">
          <mxGeometry height="138" width="105" x="931" y="632" as="geometry" />
        </mxCell>
-         <mxCell id="v134" parent="1" style="text;html=1;whiteSpace=wrap;align=center;verticalAlign=middle;fontFamily=Comic Sans MS;fontSize=15;fontColor=#111111;fontStyle=0;spacing=0;" value="任务掩码" vertex="1">
+         <mxCell id="v134" parent="1" style="text;html=1;whiteSpace=wrap;align=center;verticalAlign=middle;fontFamily=Comic Sans MS;fontSize=15;fontColor=#111111;fontStyle=0;spacing=0;" value="&lt;font style=&quot;font-size: 20px;&quot;&gt;Masking Weight&lt;/font&gt;" vertex="1">
          <mxGeometry height="42" width="95" x="936" y="640" as="geometry" />
        </mxCell>
        <mxCell id="v135" parent="1" style="rounded=1;arcSize=8;whiteSpace=wrap;html=1;fillColor=#FFF9E9;strokeColor=#E5C976;strokeWidth=1.5;fontFamily=Comic Sans MS;" value="" vertex="1">
          <mxGeometry height="138" width="105" x="1058" y="632" as="geometry" />
        </mxCell>
-         <mxCell id="v136" parent="1" style="text;html=1;whiteSpace=wrap;align=center;verticalAlign=middle;fontFamily=Comic Sans MS;fontSize=15;fontColor=#111111;fontStyle=0;spacing=0;" value="Emotion&lt;br&gt;Attention" vertex="1">
+         <mxCell id="v136" parent="1" style="text;html=1;whiteSpace=wrap;align=center;verticalAlign=middle;fontFamily=Comic Sans MS;fontSize=15;fontColor=#111111;fontStyle=0;spacing=0;" value="&lt;font style=&quot;font-size: 20px;&quot;&gt;Emotion&lt;br&gt;Attention&lt;/font&gt;" vertex="1">
          <mxGeometry height="42" width="95" x="1063" y="640" as="geometry" />
        </mxCell>
        <mxCell id="v137" parent="1" style="rounded=1;arcSize=8;whiteSpace=wrap;html=1;fillColor=#F7FCF8;strokeColor=#AACDAE;strokeWidth=1.5;fontFamily=Comic Sans MS;" value="" vertex="1">
          <mxGeometry height="138" width="105" x="1185" y="632" as="geometry" />
        </mxCell>
-         <mxCell id="v138" parent="1" style="text;html=1;whiteSpace=wrap;align=center;verticalAlign=middle;fontFamily=Comic Sans MS;fontSize=15;fontColor=#111111;fontStyle=0;spacing=0;" value="情感条件&lt;br&gt;特征" vertex="1">
+         <mxCell id="v138" parent="1" style="text;html=1;whiteSpace=wrap;align=center;verticalAlign=middle;fontFamily=Comic Sans MS;fontSize=15;fontColor=#111111;fontStyle=0;spacing=0;" value="&lt;font style=&quot;font-size: 20px;&quot;&gt;情感条件&lt;br&gt;特征&lt;/font&gt;" vertex="1">
          <mxGeometry height="42" width="95" x="1190" y="640" as="geometry" />
        </mxCell>
        <mxCell id="e139" edge="1" parent="1" source="v129" style="edgeStyle=orthogonalEdgeStyle;rounded=0;html=1;strokeColor=#111111;strokeWidth=2;endArrow=block;endFill=1;fontFamily=Comic Sans MS;" target="v131" value="">
          <mxGeometry relative="1" as="geometry" />
        </mxCell>
        <mxCell id="e140" edge="1" parent="1" source="v131" style="edgeStyle=orthogonalEdgeStyle;rounded=0;html=1;strokeColor=#111111;strokeWidth=2;endArrow=block;endFill=1;fontFamily=Comic Sans MS;" target="v133" value="">
          <mxGeometry relative="1" as="geometry" />
        </mxCell>
        <mxCell id="e141" edge="1" parent="1" source="v133" style="edgeStyle=orthogonalEdgeStyle;rounded=0;html=1;strokeColor=#111111;strokeWidth=2;endArrow=block;endFill=1;fontFamily=Comic Sans MS;" target="v135" value="">
          <mxGeometry relative="1" as="geometry" />
        </mxCell>
        <mxCell id="e142" edge="1" parent="1" source="v135" style="edgeStyle=orthogonalEdgeStyle;rounded=0;html=1;strokeColor=#111111;strokeWidth=2;endArrow=block;endFill=1;fontFamily=Comic Sans MS;" target="v137" value="">
          <mxGeometry relative="1" as="geometry" />
        </mxCell>
        <mxCell id="e143" edge="1" parent="1" style="edgeStyle=none;html=1;strokeColor=#3D75CC;strokeWidth=2;endArrow=none;" value="">
          <mxGeometry relative="1" as="geometry">
            <Array as="points">
              <mxPoint x="687" y="731" />
              <mxPoint x="692" y="731" />
            </Array>
          </mxGeometry>
        </mxCell>
        <mxCell id="e144" edge="1" parent="1" style="edgeStyle=none;html=1;strokeColor=#3D75CC;strokeWidth=2;endArrow=none;" value="">
          <mxGeometry relative="1" as="geometry">
            <Array as="points">
              <mxPoint x="692" y="731" />
              <mxPoint x="696" y="724" />
            </Array>
          </mxGeometry>
        </mxCell>
        <mxCell id="e145" edge="1" parent="1" style="edgeStyle=none;html=1;strokeColor=#3D75CC;strokeWidth=2;endArrow=none;" value="">
          <mxGeometry relative="1" as="geometry">
            <Array as="points">
              <mxPoint x="696" y="724" />
              <mxPoint x="700" y="741" />
            </Array>
          </mxGeometry>
        </mxCell>
        <mxCell id="e146" edge="1" parent="1" style="edgeStyle=none;html=1;strokeColor=#3D75CC;strokeWidth=2;endArrow=none;" value="">
          <mxGeometry relative="1" as="geometry">
            <Array as="points">
              <mxPoint x="700" y="741" />
              <mxPoint x="704" y="713" />
            </Array>
          </mxGeometry>
        </mxCell>
        <mxCell id="e147" edge="1" parent="1" style="edgeStyle=none;html=1;strokeColor=#3D75CC;strokeWidth=2;endArrow=none;" value="">
          <mxGeometry relative="1" as="geometry">
            <Array as="points">
              <mxPoint x="704" y="713" />
              <mxPoint x="708" y="748" />
            </Array>
          </mxGeometry>
        </mxCell>
        <mxCell id="e148" edge="1" parent="1" style="edgeStyle=none;html=1;strokeColor=#3D75CC;strokeWidth=2;endArrow=none;" value="">
          <mxGeometry relative="1" as="geometry">
            <Array as="points">
              <mxPoint x="708" y="748" />
              <mxPoint x="712" y="722" />
            </Array>
          </mxGeometry>
        </mxCell>
        <mxCell id="e149" edge="1" parent="1" style="edgeStyle=none;html=1;strokeColor=#3D75CC;strokeWidth=2;endArrow=none;" value="">
          <mxGeometry relative="1" as="geometry">
            <Array as="points">
              <mxPoint x="712" y="722" />
              <mxPoint x="716" y="739" />
            </Array>
          </mxGeometry>
        </mxCell>
        <mxCell id="e150" edge="1" parent="1" style="edgeStyle=none;html=1;strokeColor=#3D75CC;strokeWidth=2;endArrow=none;" value="">
          <mxGeometry relative="1" as="geometry">
            <Array as="points">
              <mxPoint x="716" y="739" />
              <mxPoint x="720" y="715" />
            </Array>
          </mxGeometry>
        </mxCell>
        <mxCell id="e151" edge="1" parent="1" style="edgeStyle=none;html=1;strokeColor=#3D75CC;strokeWidth=2;endArrow=none;" value="">
          <mxGeometry relative="1" as="geometry">
            <Array as="points">
              <mxPoint x="720" y="715" />
              <mxPoint x="724" y="747" />
            </Array>
          </mxGeometry>
        </mxCell>
        <mxCell id="e152" edge="1" parent="1" style="edgeStyle=none;html=1;strokeColor=#3D75CC;strokeWidth=2;endArrow=none;" value="">
          <mxGeometry relative="1" as="geometry">
            <Array as="points">
              <mxPoint x="724" y="747" />
              <mxPoint x="728" y="727" />
            </Array>
          </mxGeometry>
        </mxCell>
        <mxCell id="e153" edge="1" parent="1" style="edgeStyle=none;html=1;strokeColor=#3D75CC;strokeWidth=2;endArrow=none;" value="">
          <mxGeometry relative="1" as="geometry">
            <Array as="points">
              <mxPoint x="728" y="727" />
              <mxPoint x="732" y="734" />
            </Array>
          </mxGeometry>
        </mxCell>
        <mxCell id="e154" edge="1" parent="1" style="edgeStyle=none;html=1;strokeColor=#3D75CC;strokeWidth=2;endArrow=none;" value="">
          <mxGeometry relative="1" as="geometry">
            <Array as="points">
              <mxPoint x="732" y="734" />
              <mxPoint x="736" y="720" />
            </Array>
          </mxGeometry>
        </mxCell>
        <mxCell id="e155" edge="1" parent="1" style="edgeStyle=none;html=1;strokeColor=#3D75CC;strokeWidth=2;endArrow=none;" value="">
          <mxGeometry relative="1" as="geometry">
            <Array as="points">
              <mxPoint x="736" y="720" />
              <mxPoint x="740" y="744" />
            </Array>
          </mxGeometry>
        </mxCell>
        <mxCell id="e156" edge="1" parent="1" style="edgeStyle=none;html=1;strokeColor=#3D75CC;strokeWidth=2;endArrow=none;" value="">
          <mxGeometry relative="1" as="geometry">
            <Array as="points">
              <mxPoint x="740" y="744" />
              <mxPoint x="744" y="725" />
            </Array>
          </mxGeometry>
        </mxCell>
        <mxCell id="e157" edge="1" parent="1" style="edgeStyle=none;html=1;strokeColor=#3D75CC;strokeWidth=2;endArrow=none;" value="">
          <mxGeometry relative="1" as="geometry">
            <Array as="points">
              <mxPoint x="744" y="725" />
              <mxPoint x="748" y="735" />
            </Array>
          </mxGeometry>
        </mxCell>
        <mxCell id="e158" edge="1" parent="1" style="edgeStyle=none;html=1;strokeColor=#3D75CC;strokeWidth=2;endArrow=none;" value="">
          <mxGeometry relative="1" as="geometry">
            <Array as="points">
              <mxPoint x="748" y="735" />
              <mxPoint x="754" y="731" />
            </Array>
          </mxGeometry>
        </mxCell>
        <mxCell id="e159" edge="1" parent="1" style="edgeStyle=none;html=1;strokeColor=#3D75CC;strokeWidth=2;endArrow=none;" value="">
          <mxGeometry relative="1" as="geometry">
            <Array as="points">
              <mxPoint x="754" y="731" />
              <mxPoint x="763" y="731" />
            </Array>
          </mxGeometry>
        </mxCell>
        <mxCell id="v160" parent="1" style="ellipse;whiteSpace=wrap;html=1;fillColor=#8AB3EA;strokeColor=#466392;strokeWidth=1;fontFamily=Comic Sans MS;" value="" vertex="1">
          <mxGeometry height="10" width="10" x="821" y="713" as="geometry" />
        </mxCell>
        <mxCell id="v161" parent="1" style="ellipse;whiteSpace=wrap;html=1;fillColor=#8AB3EA;strokeColor=#466392;strokeWidth=1;fontFamily=Comic Sans MS;" value="" vertex="1">
          <mxGeometry height="10" width="10" x="821" y="736" as="geometry" />
        </mxCell>
        <mxCell id="v162" parent="1" style="ellipse;whiteSpace=wrap;html=1;fillColor=#8AB3EA;strokeColor=#466392;strokeWidth=1;fontFamily=Comic Sans MS;" value="" vertex="1">
          <mxGeometry height="10" width="10" x="844" y="701" as="geometry" />
        </mxCell>
        <mxCell id="v163" parent="1" style="ellipse;whiteSpace=wrap;html=1;fillColor=#8AB3EA;strokeColor=#466392;strokeWidth=1;fontFamily=Comic Sans MS;" value="" vertex="1">
          <mxGeometry height="10" width="10" x="844" y="724" as="geometry" />
        </mxCell>
        <mxCell id="v164" parent="1" style="ellipse;whiteSpace=wrap;html=1;fillColor=#8AB3EA;strokeColor=#466392;strokeWidth=1;fontFamily=Comic Sans MS;" value="" vertex="1">
          <mxGeometry height="10" width="10" x="844" y="747" as="geometry" />
        </mxCell>
        <mxCell id="v165" parent="1" style="ellipse;whiteSpace=wrap;html=1;fillColor=#8AB3EA;strokeColor=#466392;strokeWidth=1;fontFamily=Comic Sans MS;" value="" vertex="1">
          <mxGeometry height="10" width="10" x="867" y="713" as="geometry" />
        </mxCell>
        <mxCell id="v166" parent="1" style="ellipse;whiteSpace=wrap;html=1;fillColor=#8AB3EA;strokeColor=#466392;strokeWidth=1;fontFamily=Comic Sans MS;" value="" vertex="1">
          <mxGeometry height="10" width="10" x="867" y="736" as="geometry" />
        </mxCell>
        <mxCell id="e167" edge="1" parent="1" source="v160" style="edgeStyle=none;html=1;strokeColor=#49648A;strokeWidth=1;endArrow=none;fontFamily=Comic Sans MS;" target="v162" value="">
          <mxGeometry relative="1" as="geometry" />
        </mxCell>
        <mxCell id="e168" edge="1" parent="1" source="v160" style="edgeStyle=none;html=1;strokeColor=#49648A;strokeWidth=1;endArrow=none;fontFamily=Comic Sans MS;" target="v163" value="">
          <mxGeometry relative="1" as="geometry" />
        </mxCell>
        <mxCell id="e169" edge="1" parent="1" source="v160" style="edgeStyle=none;html=1;strokeColor=#49648A;strokeWidth=1;endArrow=none;fontFamily=Comic Sans MS;" target="v164" value="">
          <mxGeometry relative="1" as="geometry" />
        </mxCell>
        <mxCell id="e170" edge="1" parent="1" source="v161" style="edgeStyle=none;html=1;strokeColor=#49648A;strokeWidth=1;endArrow=none;fontFamily=Comic Sans MS;" target="v162" value="">
          <mxGeometry relative="1" as="geometry" />
        </mxCell>
        <mxCell id="e171" edge="1" parent="1" source="v161" style="edgeStyle=none;html=1;strokeColor=#49648A;strokeWidth=1;endArrow=none;fontFamily=Comic Sans MS;" target="v163" value="">
          <mxGeometry relative="1" as="geometry" />
        </mxCell>
        <mxCell id="e172" edge="1" parent="1" source="v161" style="edgeStyle=none;html=1;strokeColor=#49648A;strokeWidth=1;endArrow=none;fontFamily=Comic Sans MS;" target="v164" value="">
          <mxGeometry relative="1" as="geometry" />
        </mxCell>
        <mxCell id="e173" edge="1" parent="1" source="v162" style="edgeStyle=none;html=1;strokeColor=#49648A;strokeWidth=1;endArrow=none;fontFamily=Comic Sans MS;" target="v165" value="">
          <mxGeometry relative="1" as="geometry" />
        </mxCell>
        <mxCell id="e174" edge="1" parent="1" source="v162" style="edgeStyle=none;html=1;strokeColor=#49648A;strokeWidth=1;endArrow=none;fontFamily=Comic Sans MS;" target="v166" value="">
          <mxGeometry relative="1" as="geometry" />
        </mxCell>
        <mxCell id="e175" edge="1" parent="1" source="v163" style="edgeStyle=none;html=1;strokeColor=#49648A;strokeWidth=1;endArrow=none;fontFamily=Comic Sans MS;" target="v165" value="">
          <mxGeometry relative="1" as="geometry" />
        </mxCell>
        <mxCell id="e176" edge="1" parent="1" source="v163" style="edgeStyle=none;html=1;strokeColor=#49648A;strokeWidth=1;endArrow=none;fontFamily=Comic Sans MS;" target="v166" value="">
          <mxGeometry relative="1" as="geometry" />
        </mxCell>
        <mxCell id="e177" edge="1" parent="1" source="v164" style="edgeStyle=none;html=1;strokeColor=#49648A;strokeWidth=1;endArrow=none;fontFamily=Comic Sans MS;" target="v165" value="">
          <mxGeometry relative="1" as="geometry" />
        </mxCell>
        <mxCell id="e178" edge="1" parent="1" source="v164" style="edgeStyle=none;html=1;strokeColor=#49648A;strokeWidth=1;endArrow=none;fontFamily=Comic Sans MS;" target="v166" value="">
          <mxGeometry relative="1" as="geometry" />
        </mxCell>
        <mxCell id="v195" parent="1" style="shape=rect;fillColor=#FFFFFF;strokeColor=#333333;strokeWidth=1;fontFamily=Comic Sans MS;" value="" vertex="1">
          <mxGeometry height="12" width="12" x="1070" y="704" as="geometry" />
        </mxCell>
        <mxCell id="v196" parent="1" style="shape=rect;fillColor=#8F6BCF;strokeColor=#513B96;strokeWidth=1;fontFamily=Comic Sans MS;" value="" vertex="1">
          <mxGeometry height="16" width="16" x="1068" y="742" as="geometry" />
        </mxCell>
        <mxCell id="v197" parent="1" style="shape=rect;fillColor=#FFFFFF;strokeColor=#333333;strokeWidth=1;fontFamily=Comic Sans MS;" value="" vertex="1">
          <mxGeometry height="12" width="12" x="1088" y="704" as="geometry" />
        </mxCell>
        <mxCell id="v198" parent="1" style="shape=rect;fillColor=#8F6BCF;strokeColor=#513B96;strokeWidth=1;fontFamily=Comic Sans MS;" value="" vertex="1">
          <mxGeometry height="16" width="16" x="1088" y="742" as="geometry" />
        </mxCell>
        <mxCell id="v199" parent="1" style="shape=rect;fillColor=#FFFFFF;strokeColor=#333333;strokeWidth=1;fontFamily=Comic Sans MS;" value="" vertex="1">
          <mxGeometry height="12" width="12" x="1106" y="704" as="geometry" />
        </mxCell>
        <mxCell id="v200" parent="1" style="shape=rect;fillColor=#8F6BCF;strokeColor=#513B96;strokeWidth=1;fontFamily=Comic Sans MS;" value="" vertex="1">
          <mxGeometry height="16" width="16" x="1108" y="742" as="geometry" />
        </mxCell>
        <mxCell id="v201" parent="1" style="shape=rect;fillColor=#FFFFFF;strokeColor=#333333;strokeWidth=1;fontFamily=Comic Sans MS;" value="" vertex="1">
          <mxGeometry height="12" width="12" x="1124" y="704" as="geometry" />
        </mxCell>
        <mxCell id="v202" parent="1" style="shape=rect;fillColor=#8F6BCF;strokeColor=#513B96;strokeWidth=1;fontFamily=Comic Sans MS;" value="" vertex="1">
          <mxGeometry height="16" width="16" x="1128" y="742" as="geometry" />
        </mxCell>
        <mxCell id="v203" parent="1" style="shape=rect;fillColor=#FFFFFF;strokeColor=#333333;strokeWidth=1;fontFamily=Comic Sans MS;" value="" vertex="1">
          <mxGeometry height="12" width="12" x="1142" y="704" as="geometry" />
        </mxCell>
        <mxCell id="v204" parent="1" style="shape=rect;fillColor=#8F6BCF;strokeColor=#513B96;strokeWidth=1;fontFamily=Comic Sans MS;" value="" vertex="1">
          <mxGeometry height="16" width="16" x="1148" y="742" as="geometry" />
        </mxCell>
        <mxCell id="e205" edge="1" parent="1" source="v195" style="edgeStyle=none;html=1;strokeColor=#555555;strokeWidth=1;endArrow=none;fontFamily=Comic Sans MS;" target="v196" value="">
          <mxGeometry relative="1" as="geometry" />
        </mxCell>
        <mxCell id="e206" edge="1" parent="1" source="v195" style="edgeStyle=none;html=1;strokeColor=#555555;strokeWidth=1;endArrow=none;fontFamily=Comic Sans MS;" target="v198" value="">
          <mxGeometry relative="1" as="geometry" />
        </mxCell>
        <mxCell id="e207" edge="1" parent="1" source="v197" style="edgeStyle=none;html=1;strokeColor=#555555;strokeWidth=1;endArrow=none;fontFamily=Comic Sans MS;" target="v196" value="">
          <mxGeometry relative="1" as="geometry" />
        </mxCell>
        <mxCell id="e208" edge="1" parent="1" source="v197" style="edgeStyle=none;html=1;strokeColor=#555555;strokeWidth=1;endArrow=none;fontFamily=Comic Sans MS;" target="v198" value="">
          <mxGeometry relative="1" as="geometry" />
        </mxCell>
        <mxCell id="e209" edge="1" parent="1" source="v197" style="edgeStyle=none;html=1;strokeColor=#555555;strokeWidth=1;endArrow=none;fontFamily=Comic Sans MS;" target="v200" value="">
          <mxGeometry relative="1" as="geometry" />
        </mxCell>
        <mxCell id="e210" edge="1" parent="1" source="v199" style="edgeStyle=none;html=1;strokeColor=#555555;strokeWidth=1;endArrow=none;fontFamily=Comic Sans MS;" target="v198" value="">
          <mxGeometry relative="1" as="geometry" />
        </mxCell>
        <mxCell id="e211" edge="1" parent="1" source="v199" style="edgeStyle=none;html=1;strokeColor=#555555;strokeWidth=1;endArrow=none;fontFamily=Comic Sans MS;" target="v200" value="">
          <mxGeometry relative="1" as="geometry" />
        </mxCell>
        <mxCell id="e212" edge="1" parent="1" source="v199" style="edgeStyle=none;html=1;strokeColor=#555555;strokeWidth=1;endArrow=none;fontFamily=Comic Sans MS;" target="v202" value="">
          <mxGeometry relative="1" as="geometry" />
        </mxCell>
        <mxCell id="e213" edge="1" parent="1" source="v201" style="edgeStyle=none;html=1;strokeColor=#555555;strokeWidth=1;endArrow=none;fontFamily=Comic Sans MS;" target="v200" value="">
          <mxGeometry relative="1" as="geometry" />
        </mxCell>
        <mxCell id="e214" edge="1" parent="1" source="v201" style="edgeStyle=none;html=1;strokeColor=#555555;strokeWidth=1;endArrow=none;fontFamily=Comic Sans MS;" target="v202" value="">
          <mxGeometry relative="1" as="geometry" />
        </mxCell>
        <mxCell id="e215" edge="1" parent="1" source="v201" style="edgeStyle=none;html=1;strokeColor=#555555;strokeWidth=1;endArrow=none;fontFamily=Comic Sans MS;" target="v204" value="">
          <mxGeometry relative="1" as="geometry" />
        </mxCell>
        <mxCell id="e216" edge="1" parent="1" source="v203" style="edgeStyle=none;html=1;strokeColor=#555555;strokeWidth=1;endArrow=none;fontFamily=Comic Sans MS;" target="v202" value="">
          <mxGeometry relative="1" as="geometry" />
        </mxCell>
        <mxCell id="e217" edge="1" parent="1" source="v203" style="edgeStyle=none;html=1;strokeColor=#555555;strokeWidth=1;endArrow=none;fontFamily=Comic Sans MS;" target="v204" value="">
          <mxGeometry relative="1" as="geometry" />
        </mxCell>
        <mxCell id="v218" parent="1" style="shape=rect;fillColor=#8B6AC7;gradientColor=#C6B4E7;gradientDirection=north;strokeColor=#6E55A9;strokeWidth=1;fontFamily=Comic Sans MS;" value="" vertex="1">
          <mxGeometry height="34" width="16" x="1198" y="714" as="geometry" />
        </mxCell>
        <mxCell id="v219" parent="1" style="shape=rect;fillColor=#8B6AC7;gradientColor=#C6B4E7;gradientDirection=north;strokeColor=#6E55A9;strokeWidth=1;fontFamily=Comic Sans MS;" value="" vertex="1">
          <mxGeometry height="42" width="16" x="1220" y="706" as="geometry" />
        </mxCell>
        <mxCell id="v220" parent="1" style="shape=rect;fillColor=#8B6AC7;gradientColor=#C6B4E7;gradientDirection=north;strokeColor=#6E55A9;strokeWidth=1;fontFamily=Comic Sans MS;" value="" vertex="1">
          <mxGeometry height="38" width="16" x="1242" y="710" as="geometry" />
        </mxCell>
        <mxCell id="v221" parent="1" style="shape=rect;fillColor=#8B6AC7;gradientColor=#C6B4E7;gradientDirection=north;strokeColor=#6E55A9;strokeWidth=1;fontFamily=Comic Sans MS;" value="" vertex="1">
          <mxGeometry height="31" width="16" x="1264" y="717" as="geometry" />
        </mxCell>
        <mxCell id="v223" parent="1" style="shape=line;strokeColor=#8B75D4;strokeWidth=1;dashed=1;dashPattern=6 4;fontFamily=Comic Sans MS;" value="" vertex="1">
          <mxGeometry height="1" width="620" x="685" y="786" as="geometry" />
        </mxCell>
        <mxCell id="v224" parent="1" style="text;html=1;whiteSpace=wrap;align=center;verticalAlign=middle;fontFamily=Comic Sans MS;fontSize=19;fontColor=#222222;fontStyle=0;spacing=0;" value="&lt;span style=&quot;color: rgb(110, 79, 197);&quot;&gt;解耦出情感特征，&lt;/span&gt;&lt;span style=&quot;color: light-dark(rgb(110, 79, 197), rgb(237, 237, 237));&quot;&gt;削弱非情感因素干扰&lt;/span&gt;" vertex="1">
          <mxGeometry height="30" width="580" x="705" y="795" as="geometry" />
        </mxCell>
        <mxCell id="e225" edge="1" parent="1" style="edgeStyle=orthogonalEdgeStyle;rounded=0;html=1;strokeColor=#5D43B3;strokeWidth=4;endArrow=none;" value="">
          <mxGeometry relative="1" as="geometry">
            <Array as="points">
              <mxPoint x="1322" y="378" />
              <mxPoint x="1355" y="378" />
              <mxPoint x="1355" y="519" />
            </Array>
          </mxGeometry>
        </mxCell>
        <mxCell id="e226" edge="1" parent="1" style="edgeStyle=orthogonalEdgeStyle;rounded=0;html=1;strokeColor=#5D43B3;strokeWidth=4;endArrow=none;" value="">
          <mxGeometry relative="1" as="geometry">
            <Array as="points">
              <mxPoint x="1322" y="695" />
              <mxPoint x="1355" y="695" />
              <mxPoint x="1355" y="519" />
            </Array>
          </mxGeometry>
        </mxCell>
        <mxCell id="e227" edge="1" parent="1" style="edgeStyle=orthogonalEdgeStyle;rounded=0;html=1;strokeColor=#5D43B3;strokeWidth=4;endArrow=block;endFill=1;" value="">
          <mxGeometry relative="1" as="geometry">
            <Array as="points">
              <mxPoint x="1355" y="519" />
              <mxPoint x="1403" y="519" />
            </Array>
          </mxGeometry>
        </mxCell>
        <mxCell id="v228" parent="1" style="ellipse;whiteSpace=wrap;html=1;fillColor=#FFFFFF;strokeColor=#D6C9EE;strokeWidth=5;fontFamily=Comic Sans MS;" value="" vertex="1">
          <mxGeometry height="135" width="135" x="1448" y="328" as="geometry" />
        </mxCell>
        <mxCell id="v229" parent="1" style="ellipse;whiteSpace=wrap;html=1;fillColor=#FFFFFF;strokeColor=#6F54BA;strokeWidth=9;fontFamily=Comic Sans MS;" value="" vertex="1">
          <mxGeometry height="92" width="92" x="1470" y="350" as="geometry" />
        </mxCell>
        <mxCell id="v230" parent="1" style="ellipse;whiteSpace=wrap;html=1;fillColor=#FFFFFF;strokeColor=#D6C9EE;strokeWidth=5;fontFamily=Comic Sans MS;align=center;verticalAlign=middle;fontSize=12;fontColor=default;" value="" vertex="1">
          <mxGeometry height="48" width="48" x="1492" y="372" as="geometry" />
        </mxCell>
        <mxCell id="v231" parent="1" style="ellipse;whiteSpace=wrap;html=1;fillColor=#6F54BA;strokeColor=#6F54BA;strokeWidth=0;fontFamily=Comic Sans MS;" value="" vertex="1">
          <mxGeometry height="16" width="16" x="1508" y="388" as="geometry" />
        </mxCell>
        <mxCell id="v234" parent="1" style="shape=line;strokeColor=#8B75D4;strokeWidth=1;dashed=1;dashPattern=6 4;fontFamily=Comic Sans MS;" value="" vertex="1">
          <mxGeometry height="1" width="180" x="1425" y="522" as="geometry" />
        </mxCell>
        <mxCell id="v235" parent="1" style="text;html=1;whiteSpace=wrap;align=center;verticalAlign=middle;fontFamily=Comic Sans MS;fontSize=24;fontColor=#5134A6;fontStyle=1;spacing=0;" value="声学预测误差降低，合成语音的情感辨识度提升" vertex="1">
          <mxGeometry height="180" width="170" x="1430" y="555" as="geometry" />
        </mxCell>
        <mxCell id="mLJ6RkBWi0f_F3Ge-QQL-3" connectable="0" parent="1" style="group" value="" vertex="1">
          <mxGeometry height="68" width="80" x="945" y="690" as="geometry" />
        </mxCell>
        <mxCell id="v179" parent="mLJ6RkBWi0f_F3Ge-QQL-3" style="shape=rect;fillColor=#222222;strokeColor=#777777;strokeWidth=1;fontFamily=Comic Sans MS;" value="" vertex="1">
          <mxGeometry height="17" width="20" as="geometry" />
        </mxCell>
        <mxCell id="v180" parent="mLJ6RkBWi0f_F3Ge-QQL-3" style="shape=rect;fillColor=#F4F2F7;strokeColor=#777777;strokeWidth=1;fontFamily=Comic Sans MS;" value="" vertex="1">
          <mxGeometry height="17" width="20" x="20" as="geometry" />
        </mxCell>
        <mxCell id="v181" parent="mLJ6RkBWi0f_F3Ge-QQL-3" style="shape=rect;fillColor=#FFFFFF;strokeColor=#777777;strokeWidth=1;fontFamily=Comic Sans MS;" value="" vertex="1">
          <mxGeometry height="17" width="20" x="40" as="geometry" />
        </mxCell>
        <mxCell id="v182" parent="mLJ6RkBWi0f_F3Ge-QQL-3" style="shape=rect;fillColor=#FFFFFF;strokeColor=#777777;strokeWidth=1;fontFamily=Comic Sans MS;" value="" vertex="1">
          <mxGeometry height="17" width="20" x="60" as="geometry" />
        </mxCell>
        <mxCell id="v183" parent="mLJ6RkBWi0f_F3Ge-QQL-3" style="shape=rect;fillColor=#F6F4F7;strokeColor=#777777;strokeWidth=1;fontFamily=Comic Sans MS;" value="" vertex="1">
          <mxGeometry height="17" width="20" y="17" as="geometry" />
        </mxCell>
        <mxCell id="v184" parent="mLJ6RkBWi0f_F3Ge-QQL-3" style="shape=rect;fillColor=#FFFFFF;strokeColor=#777777;strokeWidth=1;fontFamily=Comic Sans MS;" value="" vertex="1">
          <mxGeometry height="17" width="20" x="20" y="17" as="geometry" />
        </mxCell>
        <mxCell id="v185" parent="mLJ6RkBWi0f_F3Ge-QQL-3" style="shape=rect;fillColor=#ECE8F3;strokeColor=#777777;strokeWidth=1;fontFamily=Comic Sans MS;" value="" vertex="1">
          <mxGeometry height="17" width="20" x="40" y="17" as="geometry" />
        </mxCell>
        <mxCell id="v186" parent="mLJ6RkBWi0f_F3Ge-QQL-3" style="shape=rect;fillColor=#FFFFFF;strokeColor=#777777;strokeWidth=1;fontFamily=Comic Sans MS;" value="" vertex="1">
          <mxGeometry height="17" width="20" x="60" y="17" as="geometry" />
        </mxCell>
        <mxCell id="v187" parent="mLJ6RkBWi0f_F3Ge-QQL-3" style="shape=rect;fillColor=#FFFFFF;strokeColor=#777777;strokeWidth=1;fontFamily=Comic Sans MS;" value="" vertex="1">
          <mxGeometry height="17" width="20" y="34" as="geometry" />
        </mxCell>
        <mxCell id="v188" parent="mLJ6RkBWi0f_F3Ge-QQL-3" style="shape=rect;fillColor=#ECE8F3;strokeColor=#777777;strokeWidth=1;fontFamily=Comic Sans MS;" value="" vertex="1">
          <mxGeometry height="17" width="20" x="20" y="34" as="geometry" />
        </mxCell>
        <mxCell id="v189" parent="mLJ6RkBWi0f_F3Ge-QQL-3" style="shape=rect;fillColor=#FFFFFF;strokeColor=#777777;strokeWidth=1;fontFamily=Comic Sans MS;" value="" vertex="1">
          <mxGeometry height="17" width="20" x="40" y="34" as="geometry" />
        </mxCell>
        <mxCell id="v190" parent="mLJ6RkBWi0f_F3Ge-QQL-3" style="shape=rect;fillColor=#F7F5FA;strokeColor=#777777;strokeWidth=1;fontFamily=Comic Sans MS;" value="" vertex="1">
          <mxGeometry height="17" width="20" x="60" y="34" as="geometry" />
        </mxCell>
        <mxCell id="v191" parent="mLJ6RkBWi0f_F3Ge-QQL-3" style="shape=rect;fillColor=#FFFFFF;strokeColor=#777777;strokeWidth=1;fontFamily=Comic Sans MS;" value="" vertex="1">
          <mxGeometry height="17" width="20" y="51" as="geometry" />
        </mxCell>
        <mxCell id="v192" parent="mLJ6RkBWi0f_F3Ge-QQL-3" style="shape=rect;fillColor=#FFFFFF;strokeColor=#777777;strokeWidth=1;fontFamily=Comic Sans MS;" value="" vertex="1">
          <mxGeometry height="17" width="20" x="20" y="51" as="geometry" />
        </mxCell>
        <mxCell id="v193" parent="mLJ6RkBWi0f_F3Ge-QQL-3" style="shape=rect;fillColor=#F3F0F7;strokeColor=#777777;strokeWidth=1;fontFamily=Comic Sans MS;" value="" vertex="1">
          <mxGeometry height="17" width="20" x="40" y="51" as="geometry" />
        </mxCell>
        <mxCell id="v194" parent="mLJ6RkBWi0f_F3Ge-QQL-3" style="shape=rect;fillColor=#222222;strokeColor=#777777;strokeWidth=1;fontFamily=Comic Sans MS;" value="" vertex="1">
          <mxGeometry height="17" width="20" x="60" y="51" as="geometry" />
        </mxCell>
        <mxCell id="mLJ6RkBWi0f_F3Ge-QQL-5" connectable="0" parent="1" style="group" value="" vertex="1">
          <mxGeometry height="38" width="72" x="694" y="402" as="geometry" />
        </mxCell>
        <mxCell id="v69" parent="mLJ6RkBWi0f_F3Ge-QQL-5" style="shape=rect;rounded=0;fillColor=#CFE4FF;gradientColor=#2D66BA;gradientDirection=east;strokeColor=#8AA8DC;fontFamily=Comic Sans MS;" value="" vertex="1">
          <mxGeometry height="38" width="72" as="geometry" />
        </mxCell>
        <mxCell id="v70" parent="mLJ6RkBWi0f_F3Ge-QQL-5" style="shape=rect;fillColor=#4B79C4;strokeColor=none;fontFamily=Comic Sans MS;" value="" vertex="1">
          <mxGeometry height="18" width="4" x="5" y="16" as="geometry" />
        </mxCell>
        <mxCell id="v71" parent="mLJ6RkBWi0f_F3Ge-QQL-5" style="shape=rect;fillColor=#8FC5F2;strokeColor=none;fontFamily=Comic Sans MS;" value="" vertex="1">
          <mxGeometry height="28" width="4" x="13" y="6" as="geometry" />
        </mxCell>
        <mxCell id="v72" parent="mLJ6RkBWi0f_F3Ge-QQL-5" style="shape=rect;fillColor=#4B79C4;strokeColor=none;fontFamily=Comic Sans MS;" value="" vertex="1">
          <mxGeometry height="22" width="4" x="21" y="12" as="geometry" />
        </mxCell>
        <mxCell id="v73" parent="mLJ6RkBWi0f_F3Ge-QQL-5" style="shape=rect;fillColor=#8FC5F2;strokeColor=none;fontFamily=Comic Sans MS;" value="" vertex="1">
          <mxGeometry height="34" width="4" x="29" as="geometry" />
        </mxCell>
        <mxCell id="v74" parent="mLJ6RkBWi0f_F3Ge-QQL-5" style="shape=rect;fillColor=#4B79C4;strokeColor=none;fontFamily=Comic Sans MS;" value="" vertex="1">
          <mxGeometry height="26" width="4" x="37" y="8" as="geometry" />
        </mxCell>
        <mxCell id="v75" parent="mLJ6RkBWi0f_F3Ge-QQL-5" style="shape=rect;fillColor=#8FC5F2;strokeColor=none;fontFamily=Comic Sans MS;" value="" vertex="1">
          <mxGeometry height="32" width="4" x="45" y="2" as="geometry" />
        </mxCell>
        <mxCell id="v76" parent="mLJ6RkBWi0f_F3Ge-QQL-5" style="shape=rect;fillColor=#4B79C4;strokeColor=none;fontFamily=Comic Sans MS;" value="" vertex="1">
          <mxGeometry height="20" width="4" x="53" y="14" as="geometry" />
        </mxCell>
        <mxCell id="v77" parent="mLJ6RkBWi0f_F3Ge-QQL-5" style="shape=rect;fillColor=#8FC5F2;strokeColor=none;fontFamily=Comic Sans MS;" value="" vertex="1">
          <mxGeometry height="30" width="4" x="61" y="4" as="geometry" />
        </mxCell>
        <mxCell id="mLJ6RkBWi0f_F3Ge-QQL-6" connectable="0" parent="1" style="group" value="" vertex="1">
          <mxGeometry height="38" width="72" x="694" y="709" as="geometry" />
        </mxCell>
        <mxCell id="mLJ6RkBWi0f_F3Ge-QQL-7" parent="mLJ6RkBWi0f_F3Ge-QQL-6" style="shape=rect;rounded=0;fillColor=#CFE4FF;gradientColor=#2D66BA;gradientDirection=east;strokeColor=#8AA8DC;fontFamily=Comic Sans MS;" value="" vertex="1">
          <mxGeometry height="38" width="72" as="geometry" />
        </mxCell>
        <mxCell id="mLJ6RkBWi0f_F3Ge-QQL-8" parent="mLJ6RkBWi0f_F3Ge-QQL-6" style="shape=rect;fillColor=#4B79C4;strokeColor=none;fontFamily=Comic Sans MS;" value="" vertex="1">
          <mxGeometry height="18" width="4" x="5" y="16" as="geometry" />
        </mxCell>
        <mxCell id="mLJ6RkBWi0f_F3Ge-QQL-9" parent="mLJ6RkBWi0f_F3Ge-QQL-6" style="shape=rect;fillColor=#8FC5F2;strokeColor=none;fontFamily=Comic Sans MS;" value="" vertex="1">
          <mxGeometry height="28" width="4" x="13" y="6" as="geometry" />
        </mxCell>
        <mxCell id="mLJ6RkBWi0f_F3Ge-QQL-10" parent="mLJ6RkBWi0f_F3Ge-QQL-6" style="shape=rect;fillColor=#4B79C4;strokeColor=none;fontFamily=Comic Sans MS;" value="" vertex="1">
          <mxGeometry height="22" width="4" x="21" y="12" as="geometry" />
        </mxCell>
        <mxCell id="mLJ6RkBWi0f_F3Ge-QQL-11" parent="mLJ6RkBWi0f_F3Ge-QQL-6" style="shape=rect;fillColor=#8FC5F2;strokeColor=none;fontFamily=Comic Sans MS;" value="" vertex="1">
          <mxGeometry height="34" width="4" x="29" as="geometry" />
        </mxCell>
        <mxCell id="mLJ6RkBWi0f_F3Ge-QQL-12" parent="mLJ6RkBWi0f_F3Ge-QQL-6" style="shape=rect;fillColor=#4B79C4;strokeColor=none;fontFamily=Comic Sans MS;" value="" vertex="1">
          <mxGeometry height="26" width="4" x="37" y="8" as="geometry" />
        </mxCell>
        <mxCell id="mLJ6RkBWi0f_F3Ge-QQL-13" parent="mLJ6RkBWi0f_F3Ge-QQL-6" style="shape=rect;fillColor=#8FC5F2;strokeColor=none;fontFamily=Comic Sans MS;" value="" vertex="1">
          <mxGeometry height="32" width="4" x="45" y="2" as="geometry" />
        </mxCell>
        <mxCell id="mLJ6RkBWi0f_F3Ge-QQL-14" parent="mLJ6RkBWi0f_F3Ge-QQL-6" style="shape=rect;fillColor=#4B79C4;strokeColor=none;fontFamily=Comic Sans MS;" value="" vertex="1">
          <mxGeometry height="20" width="4" x="53" y="14" as="geometry" />
        </mxCell>
        <mxCell id="mLJ6RkBWi0f_F3Ge-QQL-15" parent="mLJ6RkBWi0f_F3Ge-QQL-6" style="shape=rect;fillColor=#8FC5F2;strokeColor=none;fontFamily=Comic Sans MS;" value="" vertex="1">
          <mxGeometry height="30" width="4" x="61" y="4" as="geometry" />
        </mxCell>
        <mxCell id="mLJ6RkBWi0f_F3Ge-QQL-17" parent="1" style="ellipse;whiteSpace=wrap;html=1;aspect=fixed;fillColor=#3069CA;" value="" vertex="1">
          <mxGeometry height="80" width="80" x="109" y="360" as="geometry" />
        </mxCell>
      </root>
    </mxGraphModel>
  </diagram>
</mxfile>
